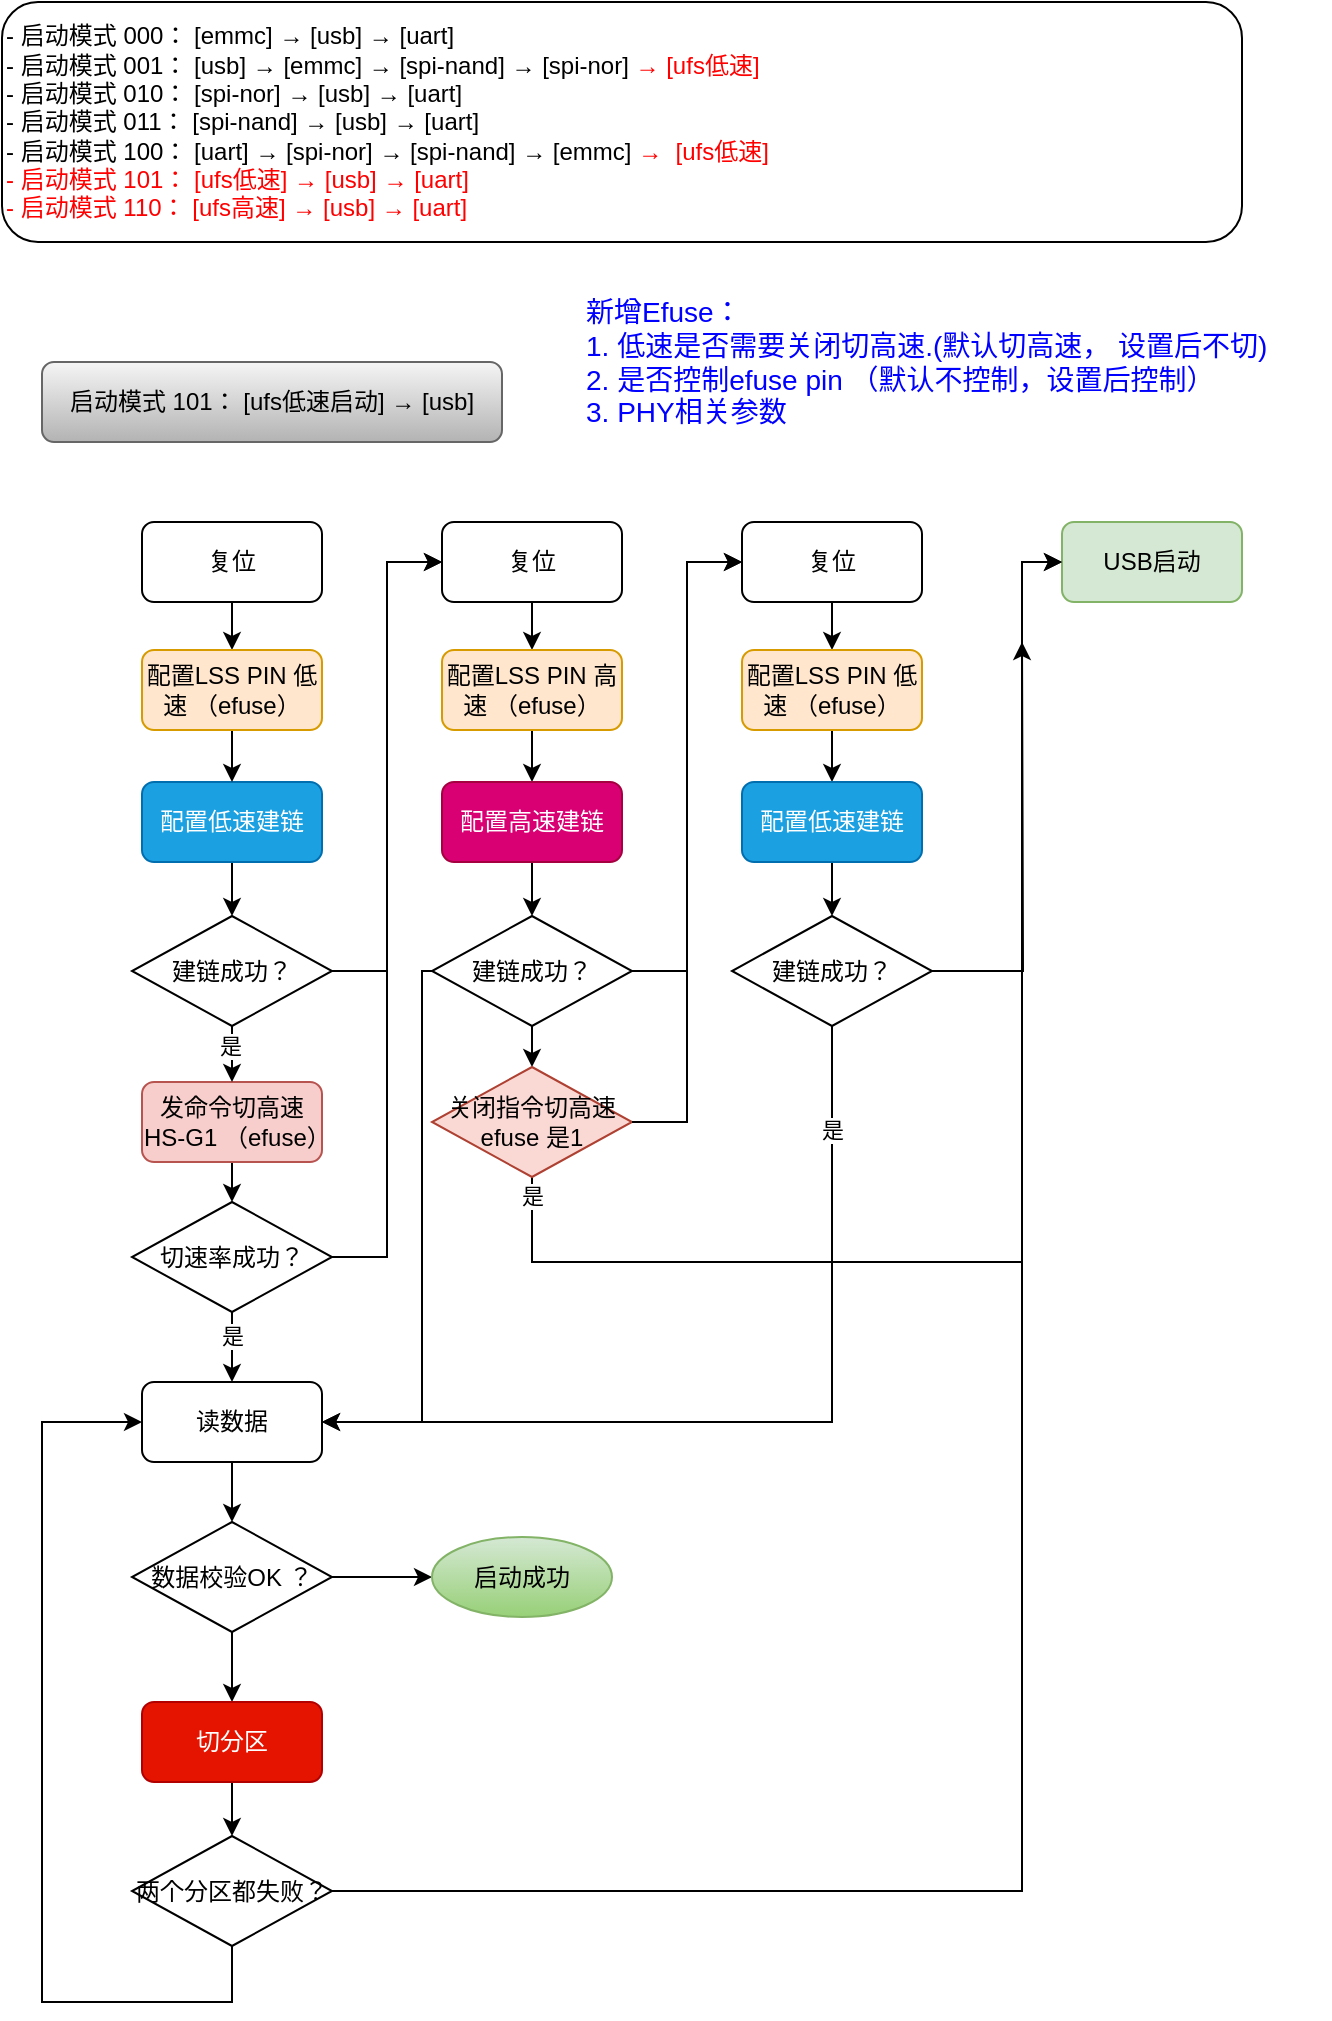
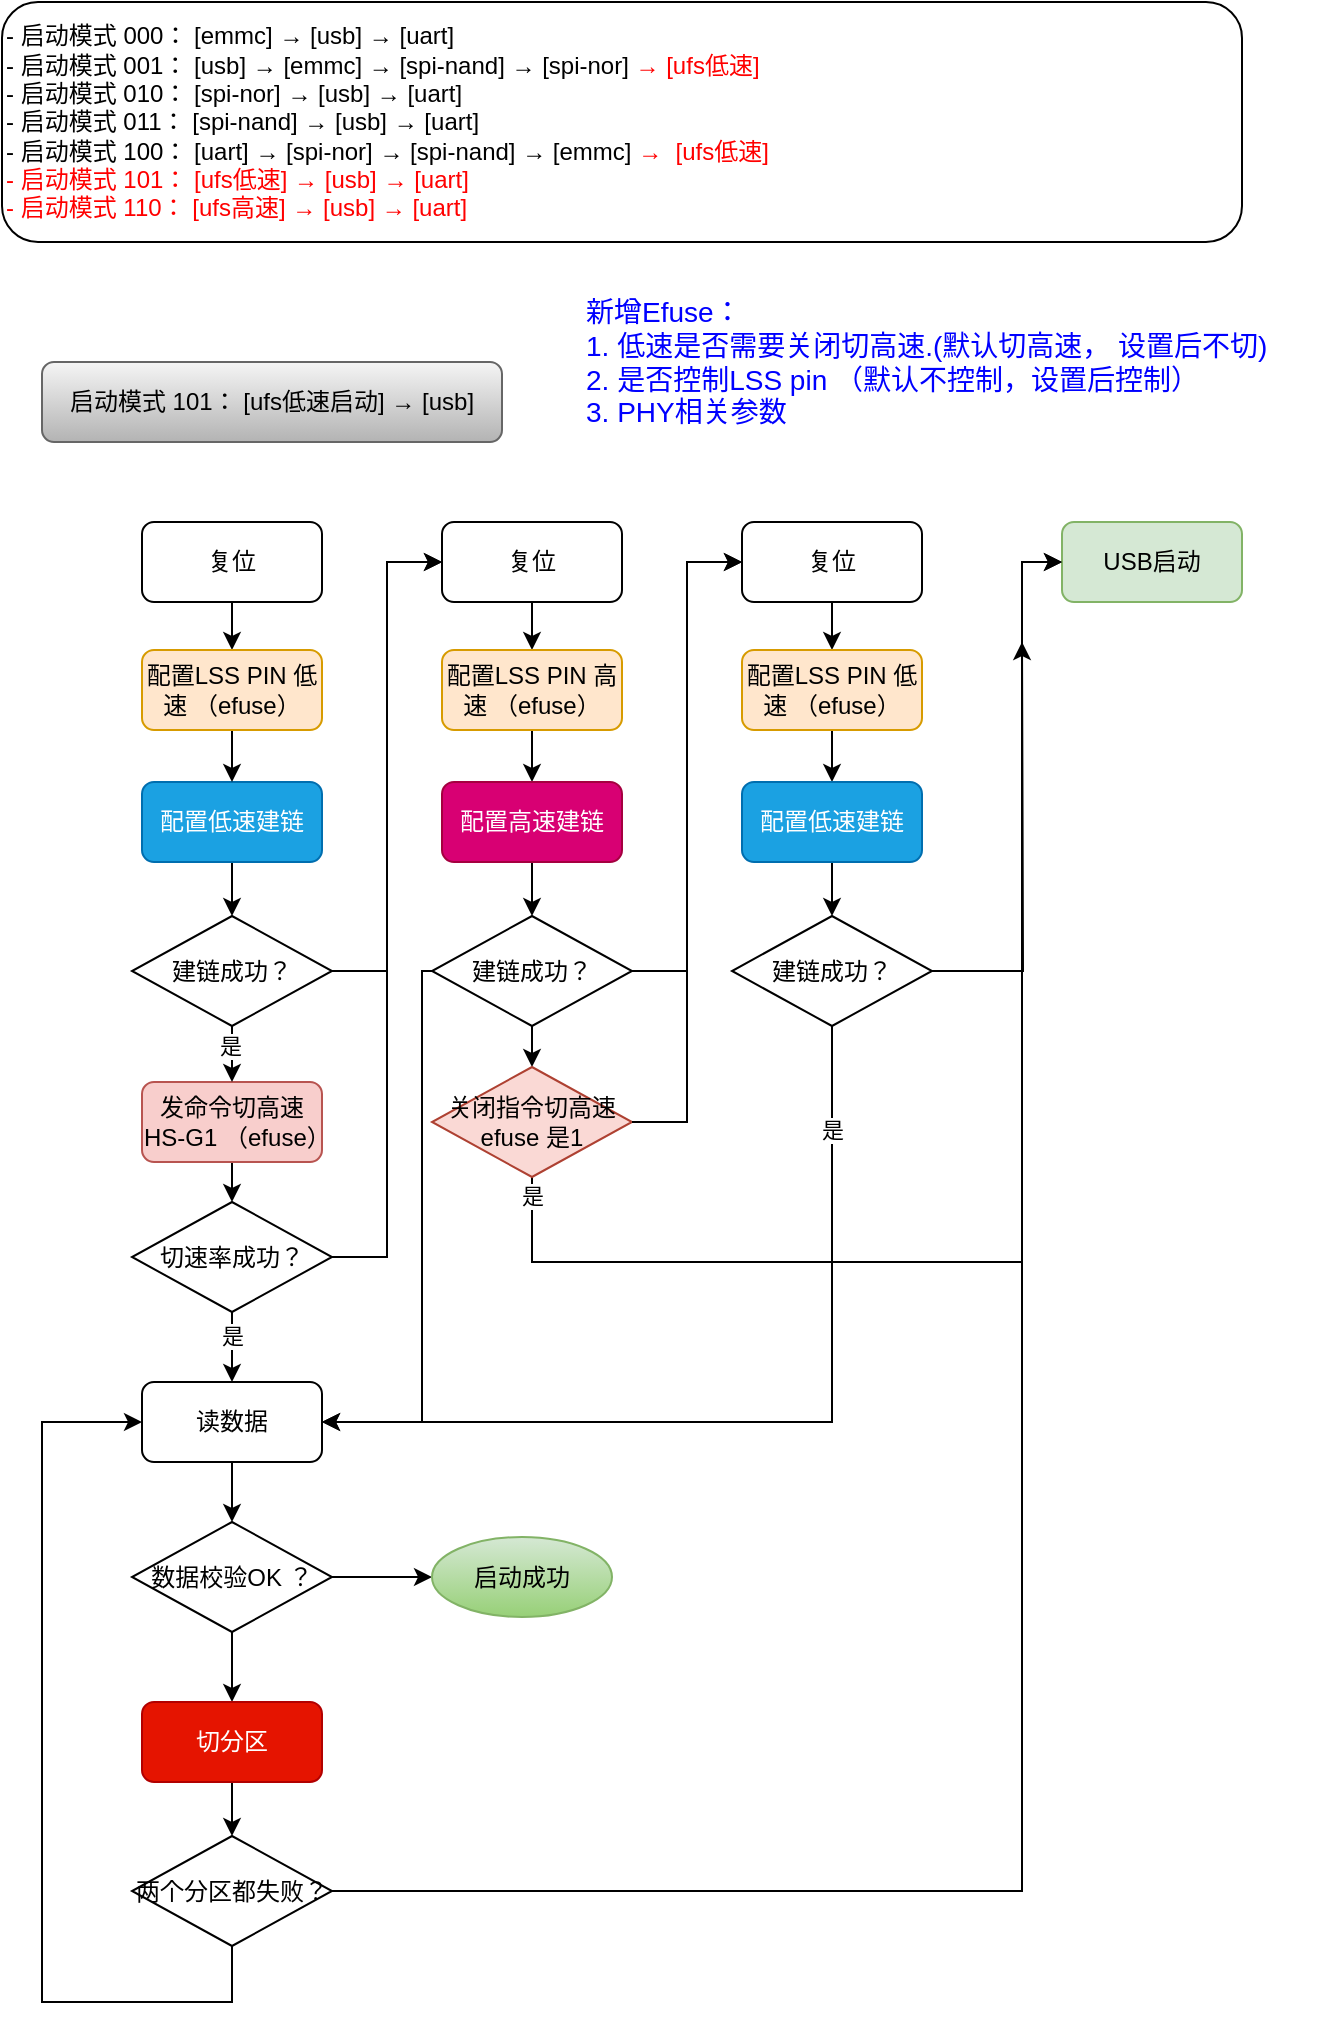
<mxfile host="app.diagrams.net" pages="3">
  <diagram name="第 1 页" id="G7MmgVwn_JN6exUAJ0xq">
    <mxGraphModel dx="1306" dy="677" grid="1" gridSize="10" guides="1" tooltips="1" connect="1" arrows="1" fold="1" page="1" pageScale="1" pageWidth="827" pageHeight="1169" math="0" shadow="0">
      <root>
        <mxCell id="0" />
        <mxCell id="1" parent="0" />
        <mxCell id="rA-qTAb89klGYPX6EJBB-1" parent="1" style="rounded=1;whiteSpace=wrap;html=1;align=left;" value="&lt;div&gt;-&amp;nbsp;&lt;span style=&quot;background-color: transparent; color: light-dark(rgb(0, 0, 0), rgb(255, 255, 255));&quot;&gt;启动模式&amp;nbsp;&lt;/span&gt;&lt;span style=&quot;background-color: transparent; color: light-dark(rgb(0, 0, 0), rgb(255, 255, 255));&quot;&gt;000： [emmc] → [usb] → [uart]&lt;/span&gt;&lt;/div&gt;&lt;div&gt;- 启动模式 001： [usb] → [emmc] → [spi-nand] → [spi-nor]&amp;nbsp;&lt;span style=&quot;background-color: transparent;&quot;&gt;&lt;font style=&quot;color: light-dark(rgb(255, 0, 0), rgb(255, 255, 255));&quot;&gt;→ [ufs低速]&lt;/font&gt;&lt;/span&gt;&lt;span style=&quot;background-color: transparent; color: light-dark(rgb(0, 0, 0), rgb(255, 255, 255));&quot;&gt;&amp;nbsp;&lt;/span&gt;&lt;span style=&quot;background-color: transparent; color: light-dark(rgb(0, 0, 0), rgb(255, 255, 255));&quot;&gt;&amp;nbsp;&lt;/span&gt;&lt;/div&gt;&lt;div&gt;- 启动模式 010： [spi-nor] → [usb] → [uart]&lt;/div&gt;&lt;div&gt;- 启动模式 011： [spi-nand] → [usb] → [uart]&lt;/div&gt;&lt;div&gt;- 启动模式 100： [uart] → [spi-nor] → [spi-nand] → [emmc]&amp;nbsp;&lt;font style=&quot;color: light-dark(rgb(255, 0, 0), rgb(255, 255, 255));&quot;&gt;&lt;span style=&quot;background-color: transparent;&quot;&gt;→&lt;/span&gt;&lt;span style=&quot;background-color: transparent;&quot;&gt;&amp;nbsp;&lt;/span&gt;&lt;span style=&quot;background-color: transparent;&quot;&gt;&amp;nbsp;&lt;/span&gt;&lt;span style=&quot;background-color: transparent;&quot;&gt;[ufs低速]&lt;/span&gt;&lt;/font&gt;&lt;span style=&quot;background-color: transparent; color: light-dark(rgb(0, 0, 0), rgb(255, 255, 255));&quot;&gt;&amp;nbsp;&lt;/span&gt;&lt;/div&gt;&lt;div&gt;&lt;font style=&quot;color: light-dark(rgb(255, 0, 0), rgb(255, 255, 255));&quot;&gt;- 启动模式 101： [ufs低速] &lt;span style=&quot;background-color: transparent;&quot;&gt;→&amp;nbsp;&lt;/span&gt;&lt;span style=&quot;background-color: transparent;&quot;&gt;[usb]&lt;/span&gt;&lt;span style=&quot;background-color: transparent;&quot;&gt; &lt;/span&gt;&lt;span style=&quot;background-color: transparent;&quot;&gt;→ [uart]&lt;/span&gt;&lt;/font&gt;&lt;/div&gt;&lt;div&gt;&lt;font style=&quot;color: light-dark(rgb(255, 0, 0), rgb(255, 255, 255));&quot;&gt;- 启动模式 110：&amp;nbsp;&lt;span style=&quot;background-color: transparent;&quot;&gt;[ufs高速]&lt;/span&gt;&lt;span style=&quot;background-color: transparent;&quot;&gt; &lt;/span&gt;&lt;span style=&quot;background-color: transparent;&quot;&gt;→ &lt;/span&gt;&lt;span style=&quot;background-color: transparent;&quot;&gt;[usb]&lt;/span&gt;&lt;span style=&quot;background-color: transparent;&quot;&gt; &lt;/span&gt;&lt;span style=&quot;background-color: transparent;&quot;&gt;→ [uart]&lt;/span&gt;&lt;/font&gt;&lt;/div&gt;" vertex="1">
          <mxGeometry height="120" width="620" x="90" y="60" as="geometry" />
        </mxCell>
-         <mxCell id="NB0EyB8uGB_RDp4CUSld-2" parent="1" style="text;html=1;whiteSpace=wrap;strokeColor=none;fillColor=none;align=left;verticalAlign=middle;rounded=0;fontColor=#0000FF;fontSize=14;" value="新增Efuse：&lt;div&gt;1. 低速是否需要关闭切高速.(默认切高速， 设置后不切)&lt;/div&gt;&lt;div&gt;2. 是否控制efuse pin （默认不控制，设置后控制）&lt;/div&gt;&lt;div&gt;3. PHY相关参数&lt;/div&gt;" vertex="1">
+         <mxCell id="NB0EyB8uGB_RDp4CUSld-2" parent="1" style="text;html=1;whiteSpace=wrap;strokeColor=none;fillColor=none;align=left;verticalAlign=middle;rounded=0;fontColor=#0000FF;fontSize=14;" value="新增Efuse：&lt;div&gt;1. 低速是否需要关闭切高速.(默认切高速， 设置后不切)&lt;/div&gt;&lt;div&gt;2. 是否控制LSS pin （默认不控制，设置后控制）&lt;/div&gt;&lt;div&gt;3. PHY相关参数&lt;/div&gt;" vertex="1">
          <mxGeometry height="80" width="374" x="380" y="200" as="geometry" />
        </mxCell>
        <mxCell id="NB0EyB8uGB_RDp4CUSld-23" edge="1" parent="1" source="NB0EyB8uGB_RDp4CUSld-5" style="edgeStyle=orthogonalEdgeStyle;rounded=0;orthogonalLoop=1;jettySize=auto;html=1;exitX=0.5;exitY=1;exitDx=0;exitDy=0;entryX=0.5;entryY=0;entryDx=0;entryDy=0;" target="NB0EyB8uGB_RDp4CUSld-7">
          <mxGeometry relative="1" as="geometry" />
        </mxCell>
        <mxCell id="NB0EyB8uGB_RDp4CUSld-5" parent="1" style="rounded=1;whiteSpace=wrap;html=1;" value="复位" vertex="1">
          <mxGeometry height="40" width="90" x="160" y="320" as="geometry" />
        </mxCell>
        <mxCell id="NB0EyB8uGB_RDp4CUSld-25" edge="1" parent="1" source="NB0EyB8uGB_RDp4CUSld-6" style="edgeStyle=orthogonalEdgeStyle;rounded=0;orthogonalLoop=1;jettySize=auto;html=1;exitX=0.5;exitY=1;exitDx=0;exitDy=0;entryX=0.5;entryY=0;entryDx=0;entryDy=0;" target="NB0EyB8uGB_RDp4CUSld-9">
          <mxGeometry relative="1" as="geometry" />
        </mxCell>
        <mxCell id="NB0EyB8uGB_RDp4CUSld-6" parent="1" style="rounded=1;whiteSpace=wrap;html=1;fillColor=#1ba1e2;fontColor=#ffffff;strokeColor=#006EAF;" value="配置低速建链" vertex="1">
          <mxGeometry height="40" width="90" x="160" y="450" as="geometry" />
        </mxCell>
        <mxCell id="NB0EyB8uGB_RDp4CUSld-24" edge="1" parent="1" source="NB0EyB8uGB_RDp4CUSld-7" style="edgeStyle=orthogonalEdgeStyle;rounded=0;orthogonalLoop=1;jettySize=auto;html=1;exitX=0.5;exitY=1;exitDx=0;exitDy=0;entryX=0.5;entryY=0;entryDx=0;entryDy=0;" target="NB0EyB8uGB_RDp4CUSld-6">
          <mxGeometry relative="1" as="geometry">
            <mxPoint x="205" y="444" as="targetPoint" />
          </mxGeometry>
        </mxCell>
        <mxCell id="NB0EyB8uGB_RDp4CUSld-7" parent="1" style="rounded=1;whiteSpace=wrap;html=1;fillColor=#ffe6cc;strokeColor=#d79b00;" value="配置LSS PIN 低速 （efuse）" vertex="1">
          <mxGeometry height="40" width="90" x="160" y="384" as="geometry" />
        </mxCell>
        <mxCell id="NB0EyB8uGB_RDp4CUSld-27" edge="1" parent="1" source="NB0EyB8uGB_RDp4CUSld-8" style="edgeStyle=orthogonalEdgeStyle;rounded=0;orthogonalLoop=1;jettySize=auto;html=1;exitX=0.5;exitY=1;exitDx=0;exitDy=0;entryX=0.5;entryY=0;entryDx=0;entryDy=0;" target="NB0EyB8uGB_RDp4CUSld-17">
          <mxGeometry relative="1" as="geometry" />
        </mxCell>
        <mxCell id="NB0EyB8uGB_RDp4CUSld-8" parent="1" style="rounded=1;whiteSpace=wrap;html=1;fillColor=#f8cecc;strokeColor=#b85450;" value="发命令切高速 HS-G1 （efuse）" vertex="1">
          <mxGeometry height="40" width="90" x="160" y="600" as="geometry" />
        </mxCell>
        <mxCell id="NB0EyB8uGB_RDp4CUSld-26" edge="1" parent="1" source="NB0EyB8uGB_RDp4CUSld-9" style="edgeStyle=orthogonalEdgeStyle;rounded=0;orthogonalLoop=1;jettySize=auto;html=1;exitX=0.5;exitY=1;exitDx=0;exitDy=0;" target="NB0EyB8uGB_RDp4CUSld-8">
          <mxGeometry relative="1" as="geometry" />
        </mxCell>
        <mxCell id="KlgkcFlpm4Ags5-VuJH5-14" connectable="0" parent="NB0EyB8uGB_RDp4CUSld-26" style="edgeLabel;html=1;align=center;verticalAlign=middle;resizable=0;points=[];" value="是" vertex="1">
          <mxGeometry relative="1" x="0.2946" y="-1" as="geometry">
            <mxPoint as="offset" />
          </mxGeometry>
        </mxCell>
        <mxCell id="KlgkcFlpm4Ags5-VuJH5-1" edge="1" parent="1" source="NB0EyB8uGB_RDp4CUSld-9" style="edgeStyle=orthogonalEdgeStyle;rounded=0;orthogonalLoop=1;jettySize=auto;html=1;exitX=1;exitY=0.5;exitDx=0;exitDy=0;entryX=0;entryY=0.5;entryDx=0;entryDy=0;" target="NB0EyB8uGB_RDp4CUSld-11">
          <mxGeometry relative="1" as="geometry" />
        </mxCell>
        <mxCell id="NB0EyB8uGB_RDp4CUSld-9" parent="1" style="rhombus;whiteSpace=wrap;html=1;" value="建链成功？" vertex="1">
          <mxGeometry height="55" width="100" x="155" y="517" as="geometry" />
        </mxCell>
        <mxCell id="NB0EyB8uGB_RDp4CUSld-10" parent="1" style="rounded=1;whiteSpace=wrap;html=1;fillColor=#f5f5f5;gradientColor=#b3b3b3;strokeColor=#666666;" value="&lt;span style=&quot;text-align: left;&quot;&gt;启动模式 101： [ufs低速启动] &lt;/span&gt;&lt;span style=&quot;color: light-dark(rgb(0, 0, 0), rgb(255, 255, 255)); text-align: left; background-color: transparent;&quot;&gt;→ &lt;/span&gt;&lt;span style=&quot;color: light-dark(rgb(0, 0, 0), rgb(255, 255, 255)); text-align: left; background-color: transparent;&quot;&gt;[usb]&lt;/span&gt;" vertex="1">
          <mxGeometry height="40" width="230" x="110" y="240" as="geometry" />
        </mxCell>
        <mxCell id="NB0EyB8uGB_RDp4CUSld-36" edge="1" parent="1" source="NB0EyB8uGB_RDp4CUSld-11" style="edgeStyle=orthogonalEdgeStyle;rounded=0;orthogonalLoop=1;jettySize=auto;html=1;exitX=0.5;exitY=1;exitDx=0;exitDy=0;entryX=0.5;entryY=0;entryDx=0;entryDy=0;" target="NB0EyB8uGB_RDp4CUSld-12">
          <mxGeometry relative="1" as="geometry" />
        </mxCell>
        <mxCell id="NB0EyB8uGB_RDp4CUSld-11" parent="1" style="rounded=1;whiteSpace=wrap;html=1;" value="复位" vertex="1">
          <mxGeometry height="40" width="90" x="310" y="320" as="geometry" />
        </mxCell>
        <mxCell id="NB0EyB8uGB_RDp4CUSld-37" edge="1" parent="1" source="NB0EyB8uGB_RDp4CUSld-12" style="edgeStyle=orthogonalEdgeStyle;rounded=0;orthogonalLoop=1;jettySize=auto;html=1;exitX=0.5;exitY=1;exitDx=0;exitDy=0;entryX=0.5;entryY=0;entryDx=0;entryDy=0;" target="NB0EyB8uGB_RDp4CUSld-13">
          <mxGeometry relative="1" as="geometry" />
        </mxCell>
        <mxCell id="NB0EyB8uGB_RDp4CUSld-12" parent="1" style="rounded=1;whiteSpace=wrap;html=1;fillColor=#ffe6cc;strokeColor=#d79b00;" value="配置LSS PIN 高速 （efuse）" vertex="1">
          <mxGeometry height="40" width="90" x="310" y="384" as="geometry" />
        </mxCell>
        <mxCell id="NB0EyB8uGB_RDp4CUSld-38" edge="1" parent="1" source="NB0EyB8uGB_RDp4CUSld-13" style="edgeStyle=orthogonalEdgeStyle;rounded=0;orthogonalLoop=1;jettySize=auto;html=1;exitX=0.5;exitY=1;exitDx=0;exitDy=0;entryX=0.5;entryY=0;entryDx=0;entryDy=0;" target="NB0EyB8uGB_RDp4CUSld-31">
          <mxGeometry relative="1" as="geometry" />
        </mxCell>
        <mxCell id="NB0EyB8uGB_RDp4CUSld-13" parent="1" style="rounded=1;whiteSpace=wrap;html=1;fillColor=#d80073;fontColor=#ffffff;strokeColor=#A50040;" value="配置高速建链" vertex="1">
          <mxGeometry height="40" width="90" x="310" y="450" as="geometry" />
        </mxCell>
        <mxCell id="NB0EyB8uGB_RDp4CUSld-28" edge="1" parent="1" source="NB0EyB8uGB_RDp4CUSld-17" style="edgeStyle=orthogonalEdgeStyle;rounded=0;orthogonalLoop=1;jettySize=auto;html=1;exitX=0.5;exitY=1;exitDx=0;exitDy=0;entryX=0.5;entryY=0;entryDx=0;entryDy=0;" target="NB0EyB8uGB_RDp4CUSld-18">
          <mxGeometry relative="1" as="geometry" />
        </mxCell>
        <mxCell id="KlgkcFlpm4Ags5-VuJH5-16" connectable="0" parent="NB0EyB8uGB_RDp4CUSld-28" style="edgeLabel;html=1;align=center;verticalAlign=middle;resizable=0;points=[];" value="是" vertex="1">
          <mxGeometry relative="1" x="-0.3338" as="geometry">
            <mxPoint as="offset" />
          </mxGeometry>
        </mxCell>
        <mxCell id="KlgkcFlpm4Ags5-VuJH5-2" edge="1" parent="1" source="NB0EyB8uGB_RDp4CUSld-17" style="edgeStyle=orthogonalEdgeStyle;rounded=0;orthogonalLoop=1;jettySize=auto;html=1;exitX=1;exitY=0.5;exitDx=0;exitDy=0;entryX=0;entryY=0.5;entryDx=0;entryDy=0;" target="NB0EyB8uGB_RDp4CUSld-11">
          <mxGeometry relative="1" as="geometry" />
        </mxCell>
        <mxCell id="NB0EyB8uGB_RDp4CUSld-17" parent="1" style="rhombus;whiteSpace=wrap;html=1;" value="切速率成功？" vertex="1">
          <mxGeometry height="55" width="100" x="155" y="660" as="geometry" />
        </mxCell>
        <mxCell id="NB0EyB8uGB_RDp4CUSld-29" edge="1" parent="1" source="NB0EyB8uGB_RDp4CUSld-18" style="edgeStyle=orthogonalEdgeStyle;rounded=0;orthogonalLoop=1;jettySize=auto;html=1;exitX=0.5;exitY=1;exitDx=0;exitDy=0;entryX=0.5;entryY=0;entryDx=0;entryDy=0;" target="NB0EyB8uGB_RDp4CUSld-20">
          <mxGeometry relative="1" as="geometry" />
        </mxCell>
        <mxCell id="NB0EyB8uGB_RDp4CUSld-18" parent="1" style="rounded=1;whiteSpace=wrap;html=1;" value="读数据" vertex="1">
          <mxGeometry height="40" width="90" x="160" y="750" as="geometry" />
        </mxCell>
        <mxCell id="NB0EyB8uGB_RDp4CUSld-30" edge="1" parent="1" source="NB0EyB8uGB_RDp4CUSld-20" style="edgeStyle=orthogonalEdgeStyle;rounded=0;orthogonalLoop=1;jettySize=auto;html=1;exitX=0.5;exitY=1;exitDx=0;exitDy=0;entryX=0.5;entryY=0;entryDx=0;entryDy=0;" target="NB0EyB8uGB_RDp4CUSld-21">
          <mxGeometry relative="1" as="geometry" />
        </mxCell>
        <mxCell id="Vg5q-0XLda4XJRTYY7xd-2" edge="1" parent="1" source="NB0EyB8uGB_RDp4CUSld-20" style="edgeStyle=orthogonalEdgeStyle;rounded=0;orthogonalLoop=1;jettySize=auto;html=1;exitX=1;exitY=0.5;exitDx=0;exitDy=0;entryX=0;entryY=0.5;entryDx=0;entryDy=0;" target="Vg5q-0XLda4XJRTYY7xd-1">
          <mxGeometry relative="1" as="geometry" />
        </mxCell>
        <mxCell id="NB0EyB8uGB_RDp4CUSld-20" parent="1" style="rhombus;whiteSpace=wrap;html=1;" value="数据校验OK ？" vertex="1">
          <mxGeometry height="55" width="100" x="155" y="820" as="geometry" />
        </mxCell>
        <mxCell id="NB0EyB8uGB_RDp4CUSld-22" edge="1" parent="1" source="KlgkcFlpm4Ags5-VuJH5-11" style="edgeStyle=orthogonalEdgeStyle;rounded=0;orthogonalLoop=1;jettySize=auto;html=1;exitX=0.5;exitY=1;exitDx=0;exitDy=0;entryX=0;entryY=0.5;entryDx=0;entryDy=0;" target="NB0EyB8uGB_RDp4CUSld-18">
          <mxGeometry relative="1" as="geometry">
            <Array as="points">
              <mxPoint x="205" y="1060" />
              <mxPoint x="110" y="1060" />
              <mxPoint x="110" y="770" />
            </Array>
          </mxGeometry>
        </mxCell>
        <mxCell id="KlgkcFlpm4Ags5-VuJH5-12" edge="1" parent="1" source="NB0EyB8uGB_RDp4CUSld-21" style="edgeStyle=orthogonalEdgeStyle;rounded=0;orthogonalLoop=1;jettySize=auto;html=1;exitX=0.5;exitY=1;exitDx=0;exitDy=0;entryX=0.5;entryY=0;entryDx=0;entryDy=0;" target="KlgkcFlpm4Ags5-VuJH5-11">
          <mxGeometry relative="1" as="geometry" />
        </mxCell>
        <mxCell id="NB0EyB8uGB_RDp4CUSld-21" parent="1" style="rounded=1;whiteSpace=wrap;html=1;fillColor=#e51400;fontColor=#ffffff;strokeColor=#B20000;" value="切分区" vertex="1">
          <mxGeometry height="40" width="90" x="160" y="910" as="geometry" />
        </mxCell>
        <mxCell id="KlgkcFlpm4Ags5-VuJH5-8" edge="1" parent="1" source="NB0EyB8uGB_RDp4CUSld-31" style="edgeStyle=orthogonalEdgeStyle;rounded=0;orthogonalLoop=1;jettySize=auto;html=1;exitX=1;exitY=0.5;exitDx=0;exitDy=0;entryX=0;entryY=0.5;entryDx=0;entryDy=0;" target="NB0EyB8uGB_RDp4CUSld-42">
          <mxGeometry relative="1" as="geometry" />
        </mxCell>
        <mxCell id="Vg5q-0XLda4XJRTYY7xd-7" edge="1" parent="1" source="NB0EyB8uGB_RDp4CUSld-31" style="edgeStyle=orthogonalEdgeStyle;rounded=0;orthogonalLoop=1;jettySize=auto;html=1;exitX=0;exitY=0.5;exitDx=0;exitDy=0;">
          <mxGeometry relative="1" as="geometry">
            <Array as="points">
              <mxPoint x="300" y="544" />
              <mxPoint x="300" y="770" />
            </Array>
            <mxPoint x="250" y="770" as="targetPoint" />
          </mxGeometry>
        </mxCell>
        <mxCell id="Vg5q-0XLda4XJRTYY7xd-8" edge="1" parent="1" source="NB0EyB8uGB_RDp4CUSld-31" style="edgeStyle=orthogonalEdgeStyle;rounded=0;orthogonalLoop=1;jettySize=auto;html=1;exitX=0.5;exitY=1;exitDx=0;exitDy=0;entryX=0.5;entryY=0;entryDx=0;entryDy=0;" target="Vg5q-0XLda4XJRTYY7xd-3">
          <mxGeometry relative="1" as="geometry" />
        </mxCell>
        <mxCell id="NB0EyB8uGB_RDp4CUSld-31" parent="1" style="rhombus;whiteSpace=wrap;html=1;" value="建链成功？" vertex="1">
          <mxGeometry height="55" width="100" x="305" y="517" as="geometry" />
        </mxCell>
        <mxCell id="KlgkcFlpm4Ags5-VuJH5-5" edge="1" parent="1" source="NB0EyB8uGB_RDp4CUSld-42" style="edgeStyle=orthogonalEdgeStyle;rounded=0;orthogonalLoop=1;jettySize=auto;html=1;exitX=0.5;exitY=1;exitDx=0;exitDy=0;entryX=0.5;entryY=0;entryDx=0;entryDy=0;" target="NB0EyB8uGB_RDp4CUSld-43">
          <mxGeometry relative="1" as="geometry" />
        </mxCell>
        <mxCell id="NB0EyB8uGB_RDp4CUSld-42" parent="1" style="rounded=1;whiteSpace=wrap;html=1;" value="复位" vertex="1">
          <mxGeometry height="40" width="90" x="460" y="320" as="geometry" />
        </mxCell>
        <mxCell id="KlgkcFlpm4Ags5-VuJH5-6" edge="1" parent="1" source="NB0EyB8uGB_RDp4CUSld-43" style="edgeStyle=orthogonalEdgeStyle;rounded=0;orthogonalLoop=1;jettySize=auto;html=1;exitX=0.5;exitY=1;exitDx=0;exitDy=0;entryX=0.5;entryY=0;entryDx=0;entryDy=0;" target="NB0EyB8uGB_RDp4CUSld-44">
          <mxGeometry relative="1" as="geometry" />
        </mxCell>
        <mxCell id="NB0EyB8uGB_RDp4CUSld-43" parent="1" style="rounded=1;whiteSpace=wrap;html=1;fillColor=#ffe6cc;strokeColor=#d79b00;" value="配置LSS PIN 低速 （efuse）" vertex="1">
          <mxGeometry height="40" width="90" x="460" y="384" as="geometry" />
        </mxCell>
        <mxCell id="KlgkcFlpm4Ags5-VuJH5-7" edge="1" parent="1" source="NB0EyB8uGB_RDp4CUSld-44" style="edgeStyle=orthogonalEdgeStyle;rounded=0;orthogonalLoop=1;jettySize=auto;html=1;exitX=0.5;exitY=1;exitDx=0;exitDy=0;entryX=0.5;entryY=0;entryDx=0;entryDy=0;" target="NB0EyB8uGB_RDp4CUSld-45">
          <mxGeometry relative="1" as="geometry" />
        </mxCell>
        <mxCell id="NB0EyB8uGB_RDp4CUSld-44" parent="1" style="rounded=1;whiteSpace=wrap;html=1;fillColor=#1ba1e2;fontColor=#ffffff;strokeColor=#006EAF;" value="配置低速建链" vertex="1">
          <mxGeometry height="40" width="90" x="460" y="450" as="geometry" />
        </mxCell>
        <mxCell id="KlgkcFlpm4Ags5-VuJH5-4" edge="1" parent="1" source="NB0EyB8uGB_RDp4CUSld-45" style="edgeStyle=orthogonalEdgeStyle;rounded=0;orthogonalLoop=1;jettySize=auto;html=1;exitX=0.5;exitY=1;exitDx=0;exitDy=0;">
          <mxGeometry relative="1" as="geometry">
            <Array as="points">
              <mxPoint x="505" y="770" />
              <mxPoint x="250" y="770" />
            </Array>
            <mxPoint x="250" y="770" as="targetPoint" />
          </mxGeometry>
        </mxCell>
        <mxCell id="KlgkcFlpm4Ags5-VuJH5-18" connectable="0" parent="KlgkcFlpm4Ags5-VuJH5-4" style="edgeLabel;html=1;align=center;verticalAlign=middle;resizable=0;points=[];" value="是" vertex="1">
          <mxGeometry relative="1" x="-0.7697" as="geometry">
            <mxPoint as="offset" />
          </mxGeometry>
        </mxCell>
        <mxCell id="KlgkcFlpm4Ags5-VuJH5-19" edge="1" parent="1" source="NB0EyB8uGB_RDp4CUSld-45" style="edgeStyle=orthogonalEdgeStyle;rounded=0;orthogonalLoop=1;jettySize=auto;html=1;exitX=1;exitY=0.5;exitDx=0;exitDy=0;">
          <mxGeometry relative="1" as="geometry">
            <mxPoint x="600" y="380" as="targetPoint" />
          </mxGeometry>
        </mxCell>
        <mxCell id="NB0EyB8uGB_RDp4CUSld-45" parent="1" style="rhombus;whiteSpace=wrap;html=1;" value="建链成功？" vertex="1">
          <mxGeometry height="55" width="100" x="455" y="517" as="geometry" />
        </mxCell>
        <mxCell id="KlgkcFlpm4Ags5-VuJH5-9" parent="1" style="rounded=1;whiteSpace=wrap;html=1;fillColor=#d5e8d4;strokeColor=#82b366;" value="USB启动" vertex="1">
          <mxGeometry height="40" width="90" x="620" y="320" as="geometry" />
        </mxCell>
        <mxCell id="KlgkcFlpm4Ags5-VuJH5-13" edge="1" parent="1" source="KlgkcFlpm4Ags5-VuJH5-11" style="edgeStyle=orthogonalEdgeStyle;rounded=0;orthogonalLoop=1;jettySize=auto;html=1;exitX=1;exitY=0.5;exitDx=0;exitDy=0;entryX=0;entryY=0.5;entryDx=0;entryDy=0;" target="KlgkcFlpm4Ags5-VuJH5-9">
          <mxGeometry relative="1" as="geometry">
            <Array as="points">
              <mxPoint x="600" y="1005" />
              <mxPoint x="600" y="340" />
            </Array>
          </mxGeometry>
        </mxCell>
        <mxCell id="KlgkcFlpm4Ags5-VuJH5-11" parent="1" style="rhombus;whiteSpace=wrap;html=1;" value="两个分区都失败？" vertex="1">
          <mxGeometry height="55" width="100" x="155" y="977" as="geometry" />
        </mxCell>
        <mxCell id="Vg5q-0XLda4XJRTYY7xd-1" parent="1" style="ellipse;whiteSpace=wrap;html=1;fillColor=#d5e8d4;gradientColor=#97d077;strokeColor=#82b366;" value="启动成功" vertex="1">
          <mxGeometry height="40" width="90" x="305" y="827.5" as="geometry" />
        </mxCell>
        <mxCell id="Vg5q-0XLda4XJRTYY7xd-10" edge="1" parent="1" source="Vg5q-0XLda4XJRTYY7xd-3" style="edgeStyle=orthogonalEdgeStyle;rounded=0;orthogonalLoop=1;jettySize=auto;html=1;exitX=0.5;exitY=1;exitDx=0;exitDy=0;entryX=0;entryY=0.5;entryDx=0;entryDy=0;" target="KlgkcFlpm4Ags5-VuJH5-9">
          <mxGeometry relative="1" as="geometry">
            <Array as="points">
              <mxPoint x="355" y="690" />
              <mxPoint x="600" y="690" />
              <mxPoint x="600" y="340" />
            </Array>
          </mxGeometry>
        </mxCell>
        <mxCell id="Vg5q-0XLda4XJRTYY7xd-11" connectable="0" parent="Vg5q-0XLda4XJRTYY7xd-10" style="edgeLabel;html=1;align=center;verticalAlign=middle;resizable=0;points=[];" value="是" vertex="1">
          <mxGeometry relative="1" x="-0.9713" as="geometry">
            <mxPoint as="offset" />
          </mxGeometry>
        </mxCell>
        <mxCell id="Vg5q-0XLda4XJRTYY7xd-3" parent="1" style="rhombus;whiteSpace=wrap;html=1;fillColor=#fad9d5;strokeColor=#ae4132;" value="关闭指令切高速&lt;div&gt;efuse 是1&lt;/div&gt;" vertex="1">
          <mxGeometry height="55" width="100" x="305" y="592.5" as="geometry" />
        </mxCell>
        <mxCell id="Vg5q-0XLda4XJRTYY7xd-9" edge="1" parent="1" source="Vg5q-0XLda4XJRTYY7xd-3" style="edgeStyle=orthogonalEdgeStyle;rounded=0;orthogonalLoop=1;jettySize=auto;html=1;exitX=1;exitY=0.5;exitDx=0;exitDy=0;entryX=0;entryY=0.5;entryDx=0;entryDy=0;" target="NB0EyB8uGB_RDp4CUSld-42">
          <mxGeometry relative="1" as="geometry" />
        </mxCell>
      </root>
    </mxGraphModel>
  </diagram>
  <diagram id="ql6nhWf0VNW54Wtxsakh" name="第 3 页">
    <mxGraphModel dx="902" dy="467" grid="1" gridSize="10" guides="1" tooltips="1" connect="1" arrows="1" fold="1" page="1" pageScale="1" pageWidth="827" pageHeight="1169" math="0" shadow="0">
      <root>
        <mxCell id="0" />
        <mxCell id="1" parent="0" />
        <mxCell id="Snxa9bD47oOBx4wNCC72-1" edge="1" parent="1" source="Snxa9bD47oOBx4wNCC72-2" style="edgeStyle=orthogonalEdgeStyle;rounded=0;orthogonalLoop=1;jettySize=auto;html=1;exitX=0.5;exitY=1;exitDx=0;exitDy=0;entryX=0.5;entryY=0;entryDx=0;entryDy=0;" target="Snxa9bD47oOBx4wNCC72-6">
          <mxGeometry relative="1" as="geometry" />
        </mxCell>
        <mxCell id="Snxa9bD47oOBx4wNCC72-2" parent="1" style="rounded=1;whiteSpace=wrap;html=1;" value="复位" vertex="1">
          <mxGeometry height="40" width="90" x="190" y="110" as="geometry" />
        </mxCell>
        <mxCell id="Snxa9bD47oOBx4wNCC72-3" edge="1" parent="1" source="Snxa9bD47oOBx4wNCC72-4" style="edgeStyle=orthogonalEdgeStyle;rounded=0;orthogonalLoop=1;jettySize=auto;html=1;exitX=0.5;exitY=1;exitDx=0;exitDy=0;entryX=0.5;entryY=0;entryDx=0;entryDy=0;" target="Snxa9bD47oOBx4wNCC72-23">
          <mxGeometry relative="1" as="geometry">
            <mxPoint x="235" y="307" as="targetPoint" />
          </mxGeometry>
        </mxCell>
        <mxCell id="Snxa9bD47oOBx4wNCC72-4" parent="1" style="rounded=1;whiteSpace=wrap;html=1;fillColor=#d80073;fontColor=#ffffff;strokeColor=#A50040;" value="配置高速建链" vertex="1">
          <mxGeometry height="40" width="90" x="190" y="240" as="geometry" />
        </mxCell>
        <mxCell id="Snxa9bD47oOBx4wNCC72-5" edge="1" parent="1" source="Snxa9bD47oOBx4wNCC72-6" style="edgeStyle=orthogonalEdgeStyle;rounded=0;orthogonalLoop=1;jettySize=auto;html=1;exitX=0.5;exitY=1;exitDx=0;exitDy=0;entryX=0.5;entryY=0;entryDx=0;entryDy=0;" target="Snxa9bD47oOBx4wNCC72-4">
          <mxGeometry relative="1" as="geometry">
            <mxPoint x="235" y="234" as="targetPoint" />
          </mxGeometry>
        </mxCell>
        <mxCell id="Snxa9bD47oOBx4wNCC72-6" parent="1" style="rounded=1;whiteSpace=wrap;html=1;fillColor=#ffe6cc;strokeColor=#d79b00;" value="配置LSS PIN高速 （efuse）" vertex="1">
          <mxGeometry height="40" width="90" x="190" y="174" as="geometry" />
        </mxCell>
        <mxCell id="Snxa9bD47oOBx4wNCC72-13" parent="1" style="rounded=1;whiteSpace=wrap;html=1;align=left;fillColor=#f5f5f5;gradientColor=#b3b3b3;strokeColor=#666666;" value="启动模式 110： &lt;span style=&quot;color: light-dark(rgb(0, 0, 0), rgb(255, 255, 255)); background-color: transparent;&quot;&gt;[ufs高速启动]&lt;/span&gt;&lt;span style=&quot;color: light-dark(rgb(0, 0, 0), rgb(255, 255, 255)); background-color: transparent;&quot;&gt; &lt;/span&gt;&lt;span style=&quot;color: light-dark(rgb(0, 0, 0), rgb(255, 255, 255)); background-color: transparent;&quot;&gt;→ &lt;/span&gt;&lt;span style=&quot;color: light-dark(rgb(0, 0, 0), rgb(255, 255, 255)); background-color: transparent;&quot;&gt;[usb]&lt;/span&gt;" vertex="1">
          <mxGeometry height="40" width="275" x="185" y="30" as="geometry" />
        </mxCell>
        <mxCell id="Snxa9bD47oOBx4wNCC72-14" edge="1" parent="1" source="Snxa9bD47oOBx4wNCC72-15" style="edgeStyle=orthogonalEdgeStyle;rounded=0;orthogonalLoop=1;jettySize=auto;html=1;exitX=0.5;exitY=1;exitDx=0;exitDy=0;entryX=0.5;entryY=0;entryDx=0;entryDy=0;" target="Snxa9bD47oOBx4wNCC72-17">
          <mxGeometry relative="1" as="geometry" />
        </mxCell>
        <mxCell id="Snxa9bD47oOBx4wNCC72-15" parent="1" style="rounded=1;whiteSpace=wrap;html=1;" value="复位" vertex="1">
          <mxGeometry height="40" width="90" x="340" y="110" as="geometry" />
        </mxCell>
        <mxCell id="Snxa9bD47oOBx4wNCC72-16" edge="1" parent="1" source="Snxa9bD47oOBx4wNCC72-17" style="edgeStyle=orthogonalEdgeStyle;rounded=0;orthogonalLoop=1;jettySize=auto;html=1;exitX=0.5;exitY=1;exitDx=0;exitDy=0;entryX=0.5;entryY=0;entryDx=0;entryDy=0;" target="Snxa9bD47oOBx4wNCC72-19">
          <mxGeometry relative="1" as="geometry" />
        </mxCell>
        <mxCell id="Snxa9bD47oOBx4wNCC72-17" parent="1" style="rounded=1;whiteSpace=wrap;html=1;fillColor=#ffe6cc;strokeColor=#d79b00;" value="配置LSS PIN 低速 (efuse)" vertex="1">
          <mxGeometry height="40" width="90" x="340" y="174" as="geometry" />
        </mxCell>
        <mxCell id="Snxa9bD47oOBx4wNCC72-18" edge="1" parent="1" source="Snxa9bD47oOBx4wNCC72-19" style="edgeStyle=orthogonalEdgeStyle;rounded=0;orthogonalLoop=1;jettySize=auto;html=1;exitX=0.5;exitY=1;exitDx=0;exitDy=0;entryX=0.5;entryY=0;entryDx=0;entryDy=0;" target="Snxa9bD47oOBx4wNCC72-34">
          <mxGeometry relative="1" as="geometry" />
        </mxCell>
        <mxCell id="Snxa9bD47oOBx4wNCC72-19" parent="1" style="rounded=1;whiteSpace=wrap;html=1;fillColor=#1ba1e2;fontColor=#ffffff;strokeColor=#006EAF;" value="配置低速建链" vertex="1">
          <mxGeometry height="40" width="90" x="340" y="240" as="geometry" />
        </mxCell>
        <mxCell id="Snxa9bD47oOBx4wNCC72-20" edge="1" parent="1" source="Snxa9bD47oOBx4wNCC72-23" style="edgeStyle=orthogonalEdgeStyle;rounded=0;orthogonalLoop=1;jettySize=auto;html=1;exitX=0.5;exitY=1;exitDx=0;exitDy=0;entryX=0.5;entryY=0;entryDx=0;entryDy=0;" target="Snxa9bD47oOBx4wNCC72-25">
          <mxGeometry relative="1" as="geometry" />
        </mxCell>
        <mxCell id="Snxa9bD47oOBx4wNCC72-21" connectable="0" parent="Snxa9bD47oOBx4wNCC72-20" style="edgeLabel;html=1;align=center;verticalAlign=middle;resizable=0;points=[];" value="是" vertex="1">
          <mxGeometry relative="1" x="-0.3338" as="geometry">
            <mxPoint as="offset" />
          </mxGeometry>
        </mxCell>
        <mxCell id="Snxa9bD47oOBx4wNCC72-22" edge="1" parent="1" source="Snxa9bD47oOBx4wNCC72-23" style="edgeStyle=orthogonalEdgeStyle;rounded=0;orthogonalLoop=1;jettySize=auto;html=1;exitX=1;exitY=0.5;exitDx=0;exitDy=0;entryX=0;entryY=0.5;entryDx=0;entryDy=0;" target="Snxa9bD47oOBx4wNCC72-15">
          <mxGeometry relative="1" as="geometry" />
        </mxCell>
        <mxCell id="Snxa9bD47oOBx4wNCC72-23" parent="1" style="rhombus;whiteSpace=wrap;html=1;" value="建链成功？" vertex="1">
          <mxGeometry height="55" width="100" x="185" y="310" as="geometry" />
        </mxCell>
        <mxCell id="Snxa9bD47oOBx4wNCC72-24" edge="1" parent="1" source="Snxa9bD47oOBx4wNCC72-25" style="edgeStyle=orthogonalEdgeStyle;rounded=0;orthogonalLoop=1;jettySize=auto;html=1;exitX=0.5;exitY=1;exitDx=0;exitDy=0;entryX=0.5;entryY=0;entryDx=0;entryDy=0;" target="Snxa9bD47oOBx4wNCC72-27">
          <mxGeometry relative="1" as="geometry" />
        </mxCell>
        <mxCell id="Snxa9bD47oOBx4wNCC72-25" parent="1" style="rounded=1;whiteSpace=wrap;html=1;" value="读数据" vertex="1">
          <mxGeometry height="40" width="90" x="190" y="540" as="geometry" />
        </mxCell>
        <mxCell id="Snxa9bD47oOBx4wNCC72-26" edge="1" parent="1" source="Snxa9bD47oOBx4wNCC72-27" style="edgeStyle=orthogonalEdgeStyle;rounded=0;orthogonalLoop=1;jettySize=auto;html=1;exitX=0.5;exitY=1;exitDx=0;exitDy=0;entryX=0.5;entryY=0;entryDx=0;entryDy=0;" target="Snxa9bD47oOBx4wNCC72-30">
          <mxGeometry relative="1" as="geometry" />
        </mxCell>
        <mxCell id="Qj_6jyX3p3bSbpmFPhCt-1" connectable="0" parent="Snxa9bD47oOBx4wNCC72-26" style="edgeLabel;html=1;align=center;verticalAlign=middle;resizable=0;points=[];" value="否" vertex="1">
          <mxGeometry relative="1" x="-0.4236" y="-2" as="geometry">
            <mxPoint as="offset" />
          </mxGeometry>
        </mxCell>
        <mxCell id="Qj_6jyX3p3bSbpmFPhCt-3" edge="1" parent="1" source="Snxa9bD47oOBx4wNCC72-27" style="edgeStyle=orthogonalEdgeStyle;rounded=0;orthogonalLoop=1;jettySize=auto;html=1;exitX=1;exitY=0.5;exitDx=0;exitDy=0;" target="Qj_6jyX3p3bSbpmFPhCt-2">
          <mxGeometry relative="1" as="geometry" />
        </mxCell>
        <mxCell id="Snxa9bD47oOBx4wNCC72-27" parent="1" style="rhombus;whiteSpace=wrap;html=1;" value="数据校验OK ？" vertex="1">
          <mxGeometry height="55" width="100" x="185" y="610" as="geometry" />
        </mxCell>
        <mxCell id="Snxa9bD47oOBx4wNCC72-28" edge="1" parent="1" source="Snxa9bD47oOBx4wNCC72-47" style="edgeStyle=orthogonalEdgeStyle;rounded=0;orthogonalLoop=1;jettySize=auto;html=1;exitX=0.5;exitY=1;exitDx=0;exitDy=0;entryX=0;entryY=0.5;entryDx=0;entryDy=0;" target="Snxa9bD47oOBx4wNCC72-25">
          <mxGeometry relative="1" as="geometry">
            <Array as="points">
              <mxPoint x="235" y="850" />
              <mxPoint x="140" y="850" />
              <mxPoint x="140" y="560" />
            </Array>
          </mxGeometry>
        </mxCell>
        <mxCell id="Snxa9bD47oOBx4wNCC72-29" edge="1" parent="1" source="Snxa9bD47oOBx4wNCC72-30" style="edgeStyle=orthogonalEdgeStyle;rounded=0;orthogonalLoop=1;jettySize=auto;html=1;exitX=0.5;exitY=1;exitDx=0;exitDy=0;entryX=0.5;entryY=0;entryDx=0;entryDy=0;" target="Snxa9bD47oOBx4wNCC72-47">
          <mxGeometry relative="1" as="geometry" />
        </mxCell>
        <mxCell id="Snxa9bD47oOBx4wNCC72-30" parent="1" style="rounded=1;whiteSpace=wrap;html=1;fillColor=#e51400;fontColor=#ffffff;strokeColor=#B20000;" value="切分区" vertex="1">
          <mxGeometry height="40" width="90" x="190" y="700" as="geometry" />
        </mxCell>
        <mxCell id="Snxa9bD47oOBx4wNCC72-31" edge="1" parent="1" source="kbyZZD2k67tRUDCe1sfv-1" style="edgeStyle=orthogonalEdgeStyle;rounded=0;orthogonalLoop=1;jettySize=auto;html=1;exitX=0.5;exitY=1;exitDx=0;exitDy=0;" target="kbyZZD2k67tRUDCe1sfv-4">
          <mxGeometry relative="1" as="geometry" />
        </mxCell>
        <mxCell id="Snxa9bD47oOBx4wNCC72-33" edge="1" parent="1" source="Snxa9bD47oOBx4wNCC72-34" style="edgeStyle=orthogonalEdgeStyle;rounded=0;orthogonalLoop=1;jettySize=auto;html=1;exitX=1;exitY=0.5;exitDx=0;exitDy=0;entryX=0;entryY=0.5;entryDx=0;entryDy=0;" target="Snxa9bD47oOBx4wNCC72-45">
          <mxGeometry relative="1" as="geometry">
            <Array as="points">
              <mxPoint x="450" y="335" />
              <mxPoint x="450" y="100" />
              <mxPoint x="630" y="100" />
              <mxPoint x="630" y="130" />
            </Array>
          </mxGeometry>
        </mxCell>
        <mxCell id="Snxa9bD47oOBx4wNCC72-34" parent="1" style="rhombus;whiteSpace=wrap;html=1;" value="建链成功？" vertex="1">
          <mxGeometry height="55" width="100" x="335" y="307" as="geometry" />
        </mxCell>
        <mxCell id="Snxa9bD47oOBx4wNCC72-35" edge="1" parent="1" source="Snxa9bD47oOBx4wNCC72-36" style="edgeStyle=orthogonalEdgeStyle;rounded=0;orthogonalLoop=1;jettySize=auto;html=1;exitX=0.5;exitY=1;exitDx=0;exitDy=0;entryX=0.5;entryY=0;entryDx=0;entryDy=0;" target="Snxa9bD47oOBx4wNCC72-38">
          <mxGeometry relative="1" as="geometry" />
        </mxCell>
        <mxCell id="Snxa9bD47oOBx4wNCC72-36" parent="1" style="rounded=1;whiteSpace=wrap;html=1;" value="复位" vertex="1">
          <mxGeometry height="40" width="90" x="490" y="110" as="geometry" />
        </mxCell>
        <mxCell id="Snxa9bD47oOBx4wNCC72-37" edge="1" parent="1" source="Snxa9bD47oOBx4wNCC72-38" style="edgeStyle=orthogonalEdgeStyle;rounded=0;orthogonalLoop=1;jettySize=auto;html=1;exitX=0.5;exitY=1;exitDx=0;exitDy=0;entryX=0.5;entryY=0;entryDx=0;entryDy=0;" target="Snxa9bD47oOBx4wNCC72-40">
          <mxGeometry relative="1" as="geometry" />
        </mxCell>
        <mxCell id="Snxa9bD47oOBx4wNCC72-38" parent="1" style="rounded=1;whiteSpace=wrap;html=1;fillColor=#ffe6cc;strokeColor=#d79b00;" value="配置LSS PIN 低速 (efuse)" vertex="1">
          <mxGeometry height="40" width="90" x="490" y="174" as="geometry" />
        </mxCell>
        <mxCell id="Snxa9bD47oOBx4wNCC72-39" edge="1" parent="1" source="Snxa9bD47oOBx4wNCC72-40" style="edgeStyle=orthogonalEdgeStyle;rounded=0;orthogonalLoop=1;jettySize=auto;html=1;exitX=0.5;exitY=1;exitDx=0;exitDy=0;entryX=0.5;entryY=0;entryDx=0;entryDy=0;" target="Snxa9bD47oOBx4wNCC72-44">
          <mxGeometry relative="1" as="geometry" />
        </mxCell>
        <mxCell id="Snxa9bD47oOBx4wNCC72-40" parent="1" style="rounded=1;whiteSpace=wrap;html=1;fillColor=#1ba1e2;fontColor=#ffffff;strokeColor=#006EAF;" value="配置低速建链" vertex="1">
          <mxGeometry height="40" width="90" x="490" y="240" as="geometry" />
        </mxCell>
        <mxCell id="Snxa9bD47oOBx4wNCC72-41" edge="1" parent="1" source="Snxa9bD47oOBx4wNCC72-44" style="edgeStyle=orthogonalEdgeStyle;rounded=0;orthogonalLoop=1;jettySize=auto;html=1;exitX=0.5;exitY=1;exitDx=0;exitDy=0;">
          <mxGeometry relative="1" as="geometry">
            <Array as="points">
              <mxPoint x="535" y="560" />
              <mxPoint x="280" y="560" />
            </Array>
            <mxPoint x="280" y="560" as="targetPoint" />
          </mxGeometry>
        </mxCell>
        <mxCell id="Snxa9bD47oOBx4wNCC72-42" connectable="0" parent="Snxa9bD47oOBx4wNCC72-41" style="edgeLabel;html=1;align=center;verticalAlign=middle;resizable=0;points=[];" value="是" vertex="1">
          <mxGeometry relative="1" x="-0.7697" as="geometry">
            <mxPoint as="offset" />
          </mxGeometry>
        </mxCell>
        <mxCell id="Snxa9bD47oOBx4wNCC72-43" edge="1" parent="1" source="Snxa9bD47oOBx4wNCC72-44" style="edgeStyle=orthogonalEdgeStyle;rounded=0;orthogonalLoop=1;jettySize=auto;html=1;exitX=1;exitY=0.5;exitDx=0;exitDy=0;">
          <mxGeometry relative="1" as="geometry">
            <mxPoint x="630" y="170" as="targetPoint" />
          </mxGeometry>
        </mxCell>
        <mxCell id="Snxa9bD47oOBx4wNCC72-44" parent="1" style="rhombus;whiteSpace=wrap;html=1;" value="建链成功？" vertex="1">
          <mxGeometry height="55" width="100" x="485" y="307" as="geometry" />
        </mxCell>
        <mxCell id="Snxa9bD47oOBx4wNCC72-45" parent="1" style="rounded=1;whiteSpace=wrap;html=1;fillColor=#d5e8d4;strokeColor=#82b366;" value="USB启动" vertex="1">
          <mxGeometry height="40" width="90" x="650" y="110" as="geometry" />
        </mxCell>
        <mxCell id="Snxa9bD47oOBx4wNCC72-46" edge="1" parent="1" source="Snxa9bD47oOBx4wNCC72-47" style="edgeStyle=orthogonalEdgeStyle;rounded=0;orthogonalLoop=1;jettySize=auto;html=1;exitX=1;exitY=0.5;exitDx=0;exitDy=0;entryX=0;entryY=0.5;entryDx=0;entryDy=0;" target="Snxa9bD47oOBx4wNCC72-45">
          <mxGeometry relative="1" as="geometry">
            <Array as="points">
              <mxPoint x="630" y="795" />
              <mxPoint x="630" y="130" />
            </Array>
          </mxGeometry>
        </mxCell>
        <mxCell id="Snxa9bD47oOBx4wNCC72-47" parent="1" style="rhombus;whiteSpace=wrap;html=1;" value="两个分区都失败？" vertex="1">
          <mxGeometry height="55" width="100" x="185" y="767" as="geometry" />
        </mxCell>
        <mxCell id="kbyZZD2k67tRUDCe1sfv-2" edge="1" parent="1" source="Snxa9bD47oOBx4wNCC72-34" style="edgeStyle=orthogonalEdgeStyle;rounded=0;orthogonalLoop=1;jettySize=auto;html=1;exitX=0.5;exitY=1;exitDx=0;exitDy=0;entryX=0.5;entryY=0;entryDx=0;entryDy=0;" target="kbyZZD2k67tRUDCe1sfv-1" value="">
          <mxGeometry relative="1" as="geometry">
            <mxPoint x="385" y="362" as="sourcePoint" />
            <mxPoint x="280" y="560" as="targetPoint" />
          </mxGeometry>
        </mxCell>
        <mxCell id="kbyZZD2k67tRUDCe1sfv-3" connectable="0" parent="kbyZZD2k67tRUDCe1sfv-2" style="edgeLabel;html=1;align=center;verticalAlign=middle;resizable=0;points=[];" value="是" vertex="1">
          <mxGeometry relative="1" x="-0.5934" y="-1" as="geometry">
            <mxPoint as="offset" />
          </mxGeometry>
        </mxCell>
        <mxCell id="kbyZZD2k67tRUDCe1sfv-1" parent="1" style="rounded=1;whiteSpace=wrap;html=1;fillColor=#f8cecc;strokeColor=#b85450;" value="发命令切高速 HS-G1" vertex="1">
          <mxGeometry height="40" width="90" x="340" y="390" as="geometry" />
        </mxCell>
        <mxCell id="kbyZZD2k67tRUDCe1sfv-6" edge="1" parent="1" source="kbyZZD2k67tRUDCe1sfv-4" style="edgeStyle=orthogonalEdgeStyle;rounded=0;orthogonalLoop=1;jettySize=auto;html=1;exitX=0.5;exitY=1;exitDx=0;exitDy=0;">
          <mxGeometry relative="1" as="geometry">
            <Array as="points">
              <mxPoint x="385" y="560" />
              <mxPoint x="280" y="560" />
            </Array>
            <mxPoint x="280" y="560" as="targetPoint" />
          </mxGeometry>
        </mxCell>
        <mxCell id="kbyZZD2k67tRUDCe1sfv-8" edge="1" parent="1" source="kbyZZD2k67tRUDCe1sfv-4" style="edgeStyle=orthogonalEdgeStyle;rounded=0;orthogonalLoop=1;jettySize=auto;html=1;exitX=1;exitY=0.5;exitDx=0;exitDy=0;entryX=0;entryY=0.5;entryDx=0;entryDy=0;" target="Snxa9bD47oOBx4wNCC72-36">
          <mxGeometry relative="1" as="geometry" />
        </mxCell>
        <mxCell id="kbyZZD2k67tRUDCe1sfv-4" parent="1" style="rhombus;whiteSpace=wrap;html=1;" value="切速率成功？" vertex="1">
          <mxGeometry height="55" width="100" x="335" y="460" as="geometry" />
        </mxCell>
        <mxCell id="Qj_6jyX3p3bSbpmFPhCt-2" parent="1" style="ellipse;whiteSpace=wrap;html=1;fillColor=#d5e8d4;gradientColor=#97d077;strokeColor=#82b366;" value="启动成功" vertex="1">
          <mxGeometry height="40" width="90" x="335" y="617.5" as="geometry" />
        </mxCell>
      </root>
    </mxGraphModel>
  </diagram>
  <diagram id="lCvtZ__jX87erlVo9mpF" name="第 2 页">
    <mxGraphModel dx="1082" dy="561" grid="1" gridSize="10" guides="1" tooltips="1" connect="1" arrows="1" fold="1" page="1" pageScale="1" pageWidth="827" pageHeight="1169" math="0" shadow="0">
      <root>
        <mxCell id="0" />
        <mxCell id="1" parent="0" />
        <mxCell id="WnOlcH9fiUK7AfTd9S8V-1" parent="1" style="text;html=1;whiteSpace=wrap;strokeColor=none;fillColor=none;align=left;verticalAlign=middle;rounded=0;fontSize=14;" value="&lt;div&gt;&lt;div&gt;- 启动模式 101： [ufs低速启动] &lt;span style=&quot;background-color: transparent; color: light-dark(rgb(0, 0, 0), rgb(255, 255, 255));&quot;&gt;→ &lt;/span&gt;&lt;span style=&quot;background-color: transparent; color: light-dark(rgb(0, 0, 0), rgb(255, 255, 255));&quot;&gt;[usb]&lt;/span&gt;&lt;/div&gt;&lt;div&gt;- 启动模式 110： &lt;span style=&quot;background-color: transparent; color: light-dark(rgb(0, 0, 0), rgb(255, 255, 255));&quot;&gt;[ufs高速启动]&lt;/span&gt;&lt;span style=&quot;background-color: transparent; color: light-dark(rgb(0, 0, 0), rgb(255, 255, 255));&quot;&gt; &lt;/span&gt;&lt;span style=&quot;background-color: transparent; color: light-dark(rgb(0, 0, 0), rgb(255, 255, 255));&quot;&gt;→ &lt;/span&gt;&lt;span style=&quot;background-color: transparent; color: light-dark(rgb(0, 0, 0), rgb(255, 255, 255));&quot;&gt;[usb]&lt;/span&gt;&lt;/div&gt;&lt;/div&gt;异常情况汇总：" vertex="1">
          <mxGeometry height="50" width="360" x="40" y="250" as="geometry" />
        </mxCell>
        <mxCell id="WnOlcH9fiUK7AfTd9S8V-2" parent="1" style="shape=table;startSize=0;container=1;collapsible=0;childLayout=tableLayout;fontSize=14;align=left;" value="" vertex="1">
          <mxGeometry height="240" width="730" x="40" y="320" as="geometry" />
        </mxCell>
        <mxCell id="-yYV-AWoShLVFezPO-Gk-6" parent="WnOlcH9fiUK7AfTd9S8V-2" style="shape=tableRow;horizontal=0;startSize=0;swimlaneHead=0;swimlaneBody=0;strokeColor=inherit;top=0;left=0;bottom=0;right=0;collapsible=0;dropTarget=0;fillColor=none;points=[[0,0.5],[1,0.5]];portConstraint=eastwest;fontSize=14;align=left;" value="" vertex="1">
          <mxGeometry height="40" width="730" as="geometry" />
        </mxCell>
        <mxCell id="-yYV-AWoShLVFezPO-Gk-7" parent="-yYV-AWoShLVFezPO-Gk-6" style="shape=partialRectangle;html=1;whiteSpace=wrap;connectable=0;strokeColor=inherit;overflow=hidden;fillColor=none;top=0;left=0;bottom=0;right=0;pointerEvents=1;fontSize=14;align=left;" value="case" vertex="1">
          <mxGeometry height="40" width="32" as="geometry">
            <mxRectangle height="40" width="32" as="alternateBounds" />
          </mxGeometry>
        </mxCell>
        <mxCell id="-yYV-AWoShLVFezPO-Gk-8" parent="-yYV-AWoShLVFezPO-Gk-6" style="shape=partialRectangle;html=1;whiteSpace=wrap;connectable=0;strokeColor=inherit;overflow=hidden;fillColor=none;top=0;left=0;bottom=0;right=0;pointerEvents=1;fontSize=14;align=left;" value="启动情况" vertex="1">
          <mxGeometry height="40" width="288" x="32" as="geometry">
            <mxRectangle height="40" width="288" as="alternateBounds" />
          </mxGeometry>
        </mxCell>
        <mxCell id="-yYV-AWoShLVFezPO-Gk-9" parent="-yYV-AWoShLVFezPO-Gk-6" style="shape=partialRectangle;html=1;whiteSpace=wrap;connectable=0;strokeColor=inherit;overflow=hidden;fillColor=none;top=0;left=0;bottom=0;right=0;pointerEvents=1;fontSize=14;align=left;" value="建链结果" vertex="1">
          <mxGeometry height="40" width="410" x="320" as="geometry">
            <mxRectangle height="40" width="410" as="alternateBounds" />
          </mxGeometry>
        </mxCell>
        <mxCell id="-yYV-AWoShLVFezPO-Gk-2" parent="WnOlcH9fiUK7AfTd9S8V-2" style="shape=tableRow;horizontal=0;startSize=0;swimlaneHead=0;swimlaneBody=0;strokeColor=inherit;top=0;left=0;bottom=0;right=0;collapsible=0;dropTarget=0;fillColor=none;points=[[0,0.5],[1,0.5]];portConstraint=eastwest;fontSize=14;align=left;" value="" vertex="1">
          <mxGeometry height="40" width="730" y="40" as="geometry" />
        </mxCell>
        <mxCell id="-yYV-AWoShLVFezPO-Gk-3" parent="-yYV-AWoShLVFezPO-Gk-2" style="shape=partialRectangle;html=1;whiteSpace=wrap;connectable=0;strokeColor=inherit;overflow=hidden;fillColor=none;top=0;left=0;bottom=0;right=0;pointerEvents=1;fontSize=14;align=left;" value="1" vertex="1">
          <mxGeometry height="40" width="32" as="geometry">
            <mxRectangle height="40" width="32" as="alternateBounds" />
          </mxGeometry>
        </mxCell>
        <mxCell id="-yYV-AWoShLVFezPO-Gk-4" parent="-yYV-AWoShLVFezPO-Gk-2" style="shape=partialRectangle;html=1;whiteSpace=wrap;connectable=0;strokeColor=inherit;overflow=hidden;fillColor=none;top=0;left=0;bottom=0;right=0;pointerEvents=1;fontSize=14;align=left;" value="bootrom 配置低速启动，但是颗粒硬件设置高速启动，高速成功" vertex="1">
          <mxGeometry height="40" width="288" x="32" as="geometry">
            <mxRectangle height="40" width="288" as="alternateBounds" />
          </mxGeometry>
        </mxCell>
        <mxCell id="-yYV-AWoShLVFezPO-Gk-5" parent="-yYV-AWoShLVFezPO-Gk-2" style="shape=partialRectangle;html=1;whiteSpace=wrap;connectable=0;strokeColor=inherit;overflow=hidden;fillColor=none;top=0;left=0;bottom=0;right=0;pointerEvents=1;fontSize=14;align=left;" value="bootrom先低速建链失败 --&amp;gt; &lt;font style=&quot;color: rgb(0, 0, 255);&quot;&gt;高速&lt;/font&gt;建链成功" vertex="1">
          <mxGeometry height="40" width="410" x="320" as="geometry">
            <mxRectangle height="40" width="410" as="alternateBounds" />
          </mxGeometry>
        </mxCell>
        <mxCell id="-yYV-AWoShLVFezPO-Gk-10" parent="WnOlcH9fiUK7AfTd9S8V-2" style="shape=tableRow;horizontal=0;startSize=0;swimlaneHead=0;swimlaneBody=0;strokeColor=inherit;top=0;left=0;bottom=0;right=0;collapsible=0;dropTarget=0;fillColor=none;points=[[0,0.5],[1,0.5]];portConstraint=eastwest;fontSize=14;align=left;" value="" vertex="1">
          <mxGeometry height="40" width="730" y="80" as="geometry" />
        </mxCell>
        <mxCell id="-yYV-AWoShLVFezPO-Gk-11" parent="-yYV-AWoShLVFezPO-Gk-10" style="shape=partialRectangle;html=1;whiteSpace=wrap;connectable=0;strokeColor=inherit;overflow=hidden;fillColor=none;top=0;left=0;bottom=0;right=0;pointerEvents=1;fontSize=14;align=left;" value="2" vertex="1">
          <mxGeometry height="40" width="32" as="geometry">
            <mxRectangle height="40" width="32" as="alternateBounds" />
          </mxGeometry>
        </mxCell>
        <mxCell id="-yYV-AWoShLVFezPO-Gk-12" parent="-yYV-AWoShLVFezPO-Gk-10" style="shape=partialRectangle;html=1;whiteSpace=wrap;connectable=0;strokeColor=inherit;overflow=hidden;fillColor=none;top=0;left=0;bottom=0;right=0;pointerEvents=1;fontSize=14;align=left;" value="bootrom 配置高速启动，但是颗粒硬件设置底速启动，低速切高速成功" vertex="1">
          <mxGeometry height="40" width="288" x="32" as="geometry">
            <mxRectangle height="40" width="288" as="alternateBounds" />
          </mxGeometry>
        </mxCell>
        <mxCell id="-yYV-AWoShLVFezPO-Gk-13" parent="-yYV-AWoShLVFezPO-Gk-10" style="shape=partialRectangle;html=1;whiteSpace=wrap;connectable=0;strokeColor=inherit;overflow=hidden;fillColor=none;top=0;left=0;bottom=0;right=0;pointerEvents=1;fontSize=14;align=left;" value="bootrom先高速建链失败 --&amp;gt; 低速建链成功并切&lt;font style=&quot;color: rgb(0, 0, 255);&quot;&gt;高速&lt;/font&gt;" vertex="1">
          <mxGeometry height="40" width="410" x="320" as="geometry">
            <mxRectangle height="40" width="410" as="alternateBounds" />
          </mxGeometry>
        </mxCell>
        <mxCell id="WnOlcH9fiUK7AfTd9S8V-3" parent="WnOlcH9fiUK7AfTd9S8V-2" style="shape=tableRow;horizontal=0;startSize=0;swimlaneHead=0;swimlaneBody=0;strokeColor=inherit;top=0;left=0;bottom=0;right=0;collapsible=0;dropTarget=0;fillColor=none;points=[[0,0.5],[1,0.5]];portConstraint=eastwest;fontSize=14;align=left;" value="" vertex="1">
          <mxGeometry height="40" width="730" y="120" as="geometry" />
        </mxCell>
        <mxCell id="WnOlcH9fiUK7AfTd9S8V-4" parent="WnOlcH9fiUK7AfTd9S8V-3" style="shape=partialRectangle;html=1;whiteSpace=wrap;connectable=0;strokeColor=inherit;overflow=hidden;fillColor=none;top=0;left=0;bottom=0;right=0;pointerEvents=1;fontSize=14;align=left;" value="3" vertex="1">
          <mxGeometry height="40" width="32" as="geometry">
            <mxRectangle height="40" width="32" as="alternateBounds" />
          </mxGeometry>
        </mxCell>
        <mxCell id="WnOlcH9fiUK7AfTd9S8V-5" parent="WnOlcH9fiUK7AfTd9S8V-3" style="shape=partialRectangle;html=1;whiteSpace=wrap;connectable=0;strokeColor=inherit;overflow=hidden;fillColor=none;top=0;left=0;bottom=0;right=0;pointerEvents=1;fontSize=14;align=left;" value="bootrom 配置低速启动，颗粒也是低速，切速率成功" vertex="1">
          <mxGeometry height="40" width="288" x="32" as="geometry">
            <mxRectangle height="40" width="288" as="alternateBounds" />
          </mxGeometry>
        </mxCell>
        <mxCell id="WnOlcH9fiUK7AfTd9S8V-6" parent="WnOlcH9fiUK7AfTd9S8V-3" style="shape=partialRectangle;html=1;whiteSpace=wrap;connectable=0;strokeColor=inherit;overflow=hidden;fillColor=none;top=0;left=0;bottom=0;right=0;pointerEvents=1;fontSize=14;align=left;" value="bootrom低速建链切&lt;font style=&quot;color: rgb(0, 0, 255);&quot;&gt;高速&lt;/font&gt;" vertex="1">
          <mxGeometry height="40" width="410" x="320" as="geometry">
            <mxRectangle height="40" width="410" as="alternateBounds" />
          </mxGeometry>
        </mxCell>
        <mxCell id="WnOlcH9fiUK7AfTd9S8V-7" parent="WnOlcH9fiUK7AfTd9S8V-2" style="shape=tableRow;horizontal=0;startSize=0;swimlaneHead=0;swimlaneBody=0;strokeColor=inherit;top=0;left=0;bottom=0;right=0;collapsible=0;dropTarget=0;fillColor=none;points=[[0,0.5],[1,0.5]];portConstraint=eastwest;fontSize=14;align=left;" value="" vertex="1">
          <mxGeometry height="40" width="730" y="160" as="geometry" />
        </mxCell>
        <mxCell id="WnOlcH9fiUK7AfTd9S8V-8" parent="WnOlcH9fiUK7AfTd9S8V-7" style="shape=partialRectangle;html=1;whiteSpace=wrap;connectable=0;strokeColor=inherit;overflow=hidden;fillColor=none;top=0;left=0;bottom=0;right=0;pointerEvents=1;fontSize=14;align=left;" value="4" vertex="1">
          <mxGeometry height="40" width="32" as="geometry">
            <mxRectangle height="40" width="32" as="alternateBounds" />
          </mxGeometry>
        </mxCell>
        <mxCell id="WnOlcH9fiUK7AfTd9S8V-9" parent="WnOlcH9fiUK7AfTd9S8V-7" style="shape=partialRectangle;html=1;whiteSpace=wrap;connectable=0;strokeColor=inherit;overflow=hidden;fillColor=none;top=0;left=0;bottom=0;right=0;pointerEvents=1;fontSize=14;align=left;" value="bootrom 配置高速启动，颗粒也是高速，高速成功" vertex="1">
          <mxGeometry height="40" width="288" x="32" as="geometry">
            <mxRectangle height="40" width="288" as="alternateBounds" />
          </mxGeometry>
        </mxCell>
        <mxCell id="WnOlcH9fiUK7AfTd9S8V-10" parent="WnOlcH9fiUK7AfTd9S8V-7" style="shape=partialRectangle;html=1;whiteSpace=wrap;connectable=0;strokeColor=inherit;overflow=hidden;fillColor=none;top=0;left=0;bottom=0;right=0;pointerEvents=1;fontSize=14;align=left;" value="bootrom&lt;font style=&quot;color: rgb(0, 0, 255);&quot;&gt;高速&lt;/font&gt;建链" vertex="1">
          <mxGeometry height="40" width="410" x="320" as="geometry">
            <mxRectangle height="40" width="410" as="alternateBounds" />
          </mxGeometry>
        </mxCell>
        <mxCell id="WnOlcH9fiUK7AfTd9S8V-11" parent="WnOlcH9fiUK7AfTd9S8V-2" style="shape=tableRow;horizontal=0;startSize=0;swimlaneHead=0;swimlaneBody=0;strokeColor=inherit;top=0;left=0;bottom=0;right=0;collapsible=0;dropTarget=0;fillColor=none;points=[[0,0.5],[1,0.5]];portConstraint=eastwest;fontSize=14;align=left;" value="" vertex="1">
          <mxGeometry height="40" width="730" y="200" as="geometry" />
        </mxCell>
        <mxCell id="WnOlcH9fiUK7AfTd9S8V-12" parent="WnOlcH9fiUK7AfTd9S8V-11" style="shape=partialRectangle;html=1;whiteSpace=wrap;connectable=0;strokeColor=inherit;overflow=hidden;fillColor=none;top=0;left=0;bottom=0;right=0;pointerEvents=1;fontSize=14;align=left;" value="5" vertex="1">
          <mxGeometry height="40" width="32" as="geometry">
            <mxRectangle height="40" width="32" as="alternateBounds" />
          </mxGeometry>
        </mxCell>
        <mxCell id="WnOlcH9fiUK7AfTd9S8V-13" parent="WnOlcH9fiUK7AfTd9S8V-11" style="shape=partialRectangle;html=1;whiteSpace=wrap;connectable=0;strokeColor=inherit;overflow=hidden;fillColor=none;top=0;left=0;bottom=0;right=0;pointerEvents=1;fontSize=14;align=left;" value="bootrom 配置低速启动，颗粒也是低速，切速率失败，不切速率成功" vertex="1">
          <mxGeometry height="40" width="288" x="32" as="geometry">
            <mxRectangle height="40" width="288" as="alternateBounds" />
          </mxGeometry>
        </mxCell>
        <mxCell id="WnOlcH9fiUK7AfTd9S8V-14" parent="WnOlcH9fiUK7AfTd9S8V-11" style="shape=partialRectangle;html=1;whiteSpace=wrap;connectable=0;strokeColor=inherit;overflow=hidden;fillColor=none;top=0;left=0;bottom=0;right=0;pointerEvents=1;fontSize=14;align=left;" value="bootrom低速建链切高速失败 --&amp;gt; bootrom 高速建链失败 ---&amp;gt; bootrom &lt;font style=&quot;color: rgb(255, 51, 255);&quot;&gt;低速&lt;/font&gt;建链成功(不切高速)" vertex="1">
          <mxGeometry height="40" width="410" x="320" as="geometry">
            <mxRectangle height="40" width="410" as="alternateBounds" />
          </mxGeometry>
        </mxCell>
        <mxCell id="PYW4Q93ZiJ2KnNfdN5cH-39" parent="1" style="shape=tableRow;horizontal=0;startSize=0;swimlaneHead=0;swimlaneBody=0;strokeColor=inherit;top=0;left=0;bottom=0;right=0;collapsible=0;dropTarget=0;fillColor=none;points=[[0,0.5],[1,0.5]];portConstraint=eastwest;fontSize=14;align=left;" value="" vertex="1">
          <mxGeometry height="40" width="730" x="40" y="560" as="geometry" />
        </mxCell>
        <mxCell id="PYW4Q93ZiJ2KnNfdN5cH-63" parent="1" style="shape=table;startSize=0;container=1;collapsible=0;childLayout=tableLayout;fontSize=14;align=left;" value="" vertex="1">
          <mxGeometry height="260" width="730" x="40" y="560" as="geometry" />
        </mxCell>
        <mxCell id="PYW4Q93ZiJ2KnNfdN5cH-64" parent="PYW4Q93ZiJ2KnNfdN5cH-63" style="shape=tableRow;horizontal=0;startSize=0;swimlaneHead=0;swimlaneBody=0;strokeColor=inherit;top=0;left=0;bottom=0;right=0;collapsible=0;dropTarget=0;fillColor=none;points=[[0,0.5],[1,0.5]];portConstraint=eastwest;fontSize=14;align=left;" value="" vertex="1">
          <mxGeometry height="40" width="730" as="geometry" />
        </mxCell>
        <mxCell id="PYW4Q93ZiJ2KnNfdN5cH-65" parent="PYW4Q93ZiJ2KnNfdN5cH-64" style="shape=partialRectangle;html=1;whiteSpace=wrap;connectable=0;strokeColor=inherit;overflow=hidden;fillColor=none;top=0;left=0;bottom=0;right=0;pointerEvents=1;fontSize=14;align=left;" value="6" vertex="1">
          <mxGeometry height="40" width="32" as="geometry">
            <mxRectangle height="40" width="32" as="alternateBounds" />
          </mxGeometry>
        </mxCell>
        <mxCell id="PYW4Q93ZiJ2KnNfdN5cH-66" parent="PYW4Q93ZiJ2KnNfdN5cH-64" style="shape=partialRectangle;html=1;whiteSpace=wrap;connectable=0;strokeColor=inherit;overflow=hidden;fillColor=none;top=0;left=0;bottom=0;right=0;pointerEvents=1;fontSize=14;align=left;" value="bootrom 配置高速启动，颗粒是低速，低速切高速失败" vertex="1">
          <mxGeometry height="40" width="288" x="32" as="geometry">
            <mxRectangle height="40" width="288" as="alternateBounds" />
          </mxGeometry>
        </mxCell>
        <mxCell id="PYW4Q93ZiJ2KnNfdN5cH-67" parent="PYW4Q93ZiJ2KnNfdN5cH-64" style="shape=partialRectangle;html=1;whiteSpace=wrap;connectable=0;strokeColor=inherit;overflow=hidden;fillColor=none;top=0;left=0;bottom=0;right=0;pointerEvents=1;fontSize=14;align=left;" value="bootrom高速建链失败 --&amp;gt; bootrom 低速建链切高速失败 ---&amp;gt; bootrom &lt;font style=&quot;color: rgb(255, 51, 255);&quot;&gt;低速&lt;/font&gt;建链成功(不切高速)" vertex="1">
          <mxGeometry height="40" width="410" x="320" as="geometry">
            <mxRectangle height="40" width="410" as="alternateBounds" />
          </mxGeometry>
        </mxCell>
        <mxCell id="PYW4Q93ZiJ2KnNfdN5cH-68" parent="PYW4Q93ZiJ2KnNfdN5cH-63" style="shape=tableRow;horizontal=0;startSize=0;swimlaneHead=0;swimlaneBody=0;strokeColor=inherit;top=0;left=0;bottom=0;right=0;collapsible=0;dropTarget=0;fillColor=none;points=[[0,0.5],[1,0.5]];portConstraint=eastwest;fontSize=14;align=left;" value="" vertex="1">
          <mxGeometry height="60" width="730" y="40" as="geometry" />
        </mxCell>
        <mxCell id="PYW4Q93ZiJ2KnNfdN5cH-69" parent="PYW4Q93ZiJ2KnNfdN5cH-68" style="shape=partialRectangle;html=1;whiteSpace=wrap;connectable=0;strokeColor=inherit;overflow=hidden;fillColor=none;top=0;left=0;bottom=0;right=0;pointerEvents=1;fontSize=14;align=left;" value="7" vertex="1">
          <mxGeometry height="60" width="32" as="geometry">
            <mxRectangle height="60" width="32" as="alternateBounds" />
          </mxGeometry>
        </mxCell>
        <mxCell id="PYW4Q93ZiJ2KnNfdN5cH-70" parent="PYW4Q93ZiJ2KnNfdN5cH-68" style="shape=partialRectangle;html=1;whiteSpace=wrap;connectable=0;strokeColor=inherit;overflow=hidden;fillColor=none;top=0;left=0;bottom=0;right=0;pointerEvents=1;fontSize=14;align=left;" value="bootrom配置高速启动，颗粒也是高速，但是高速建链失败" vertex="1">
          <mxGeometry height="60" width="288" x="32" as="geometry">
            <mxRectangle height="60" width="288" as="alternateBounds" />
          </mxGeometry>
        </mxCell>
        <mxCell id="PYW4Q93ZiJ2KnNfdN5cH-71" parent="PYW4Q93ZiJ2KnNfdN5cH-68" style="shape=partialRectangle;html=1;whiteSpace=wrap;connectable=0;strokeColor=inherit;overflow=hidden;fillColor=none;top=0;left=0;bottom=0;right=0;pointerEvents=1;fontSize=14;align=left;" value="bootrom高速建链失败 --&amp;gt; bootrom 低速建链切高速失败 ---&amp;gt; bootrom 低速建链失败 &lt;font style=&quot;color: rgb(255, 51, 51);&quot;&gt;（需要改颗粒硬件PIN配置低速 或者使能LSS efuse 控制）&lt;/font&gt;" vertex="1">
          <mxGeometry height="60" width="410" x="320" as="geometry">
            <mxRectangle height="60" width="410" as="alternateBounds" />
          </mxGeometry>
        </mxCell>
        <mxCell id="PYW4Q93ZiJ2KnNfdN5cH-72" parent="PYW4Q93ZiJ2KnNfdN5cH-63" style="shape=tableRow;horizontal=0;startSize=0;swimlaneHead=0;swimlaneBody=0;strokeColor=inherit;top=0;left=0;bottom=0;right=0;collapsible=0;dropTarget=0;fillColor=none;points=[[0,0.5],[1,0.5]];portConstraint=eastwest;fontSize=14;align=left;" value="" vertex="1">
          <mxGeometry height="40" width="730" y="100" as="geometry" />
        </mxCell>
        <mxCell id="PYW4Q93ZiJ2KnNfdN5cH-73" parent="PYW4Q93ZiJ2KnNfdN5cH-72" style="shape=partialRectangle;html=1;whiteSpace=wrap;connectable=0;strokeColor=inherit;overflow=hidden;fillColor=none;top=0;left=0;bottom=0;right=0;pointerEvents=1;fontSize=14;align=left;" value="8" vertex="1">
          <mxGeometry height="40" width="32" as="geometry">
            <mxRectangle height="40" width="32" as="alternateBounds" />
          </mxGeometry>
        </mxCell>
        <mxCell id="PYW4Q93ZiJ2KnNfdN5cH-74" parent="PYW4Q93ZiJ2KnNfdN5cH-72" style="shape=partialRectangle;html=1;whiteSpace=wrap;connectable=0;strokeColor=inherit;overflow=hidden;fillColor=none;top=0;left=0;bottom=0;right=0;pointerEvents=1;fontSize=14;align=left;" value="bootrom 配置低速启动，颗粒也是低速，低速建链失败" vertex="1">
          <mxGeometry height="40" width="288" x="32" as="geometry">
            <mxRectangle height="40" width="288" as="alternateBounds" />
          </mxGeometry>
        </mxCell>
        <mxCell id="PYW4Q93ZiJ2KnNfdN5cH-75" parent="PYW4Q93ZiJ2KnNfdN5cH-72" style="shape=partialRectangle;html=1;whiteSpace=wrap;connectable=0;strokeColor=inherit;overflow=hidden;fillColor=none;top=0;left=0;bottom=0;right=0;pointerEvents=1;fontSize=14;align=left;" value="bootrom低速建链切高速失败 --&amp;gt; bootrom 高速建链失败 ---&amp;gt; bootrom 低速建链失败 --&amp;gt; &lt;font style=&quot;color: rgb(255, 51, 51);&quot;&gt;USB 启动 （需要查硬件问题）&lt;/font&gt;" vertex="1">
          <mxGeometry height="40" width="410" x="320" as="geometry">
            <mxRectangle height="40" width="410" as="alternateBounds" />
          </mxGeometry>
        </mxCell>
        <mxCell id="PYW4Q93ZiJ2KnNfdN5cH-76" parent="PYW4Q93ZiJ2KnNfdN5cH-63" style="shape=tableRow;horizontal=0;startSize=0;swimlaneHead=0;swimlaneBody=0;strokeColor=inherit;top=0;left=0;bottom=0;right=0;collapsible=0;dropTarget=0;fillColor=none;points=[[0,0.5],[1,0.5]];portConstraint=eastwest;fontSize=14;align=left;" value="" vertex="1">
          <mxGeometry height="40" width="730" y="140" as="geometry" />
        </mxCell>
        <mxCell id="PYW4Q93ZiJ2KnNfdN5cH-77" parent="PYW4Q93ZiJ2KnNfdN5cH-76" style="shape=partialRectangle;html=1;whiteSpace=wrap;connectable=0;strokeColor=inherit;overflow=hidden;fillColor=none;top=0;left=0;bottom=0;right=0;pointerEvents=1;fontSize=14;align=left;" value="" vertex="1">
          <mxGeometry height="40" width="32" as="geometry">
            <mxRectangle height="40" width="32" as="alternateBounds" />
          </mxGeometry>
        </mxCell>
        <mxCell id="PYW4Q93ZiJ2KnNfdN5cH-78" parent="PYW4Q93ZiJ2KnNfdN5cH-76" style="shape=partialRectangle;html=1;whiteSpace=wrap;connectable=0;strokeColor=inherit;overflow=hidden;fillColor=none;top=0;left=0;bottom=0;right=0;pointerEvents=1;fontSize=14;align=left;" value="" vertex="1">
          <mxGeometry height="40" width="288" x="32" as="geometry">
            <mxRectangle height="40" width="288" as="alternateBounds" />
          </mxGeometry>
        </mxCell>
        <mxCell id="PYW4Q93ZiJ2KnNfdN5cH-79" parent="PYW4Q93ZiJ2KnNfdN5cH-76" style="shape=partialRectangle;html=1;whiteSpace=wrap;connectable=0;strokeColor=inherit;overflow=hidden;fillColor=none;top=0;left=0;bottom=0;right=0;pointerEvents=1;fontSize=14;align=left;" value="" vertex="1">
          <mxGeometry height="40" width="410" x="320" as="geometry">
            <mxRectangle height="40" width="410" as="alternateBounds" />
          </mxGeometry>
        </mxCell>
        <mxCell id="PYW4Q93ZiJ2KnNfdN5cH-80" parent="PYW4Q93ZiJ2KnNfdN5cH-63" style="shape=tableRow;horizontal=0;startSize=0;swimlaneHead=0;swimlaneBody=0;strokeColor=inherit;top=0;left=0;bottom=0;right=0;collapsible=0;dropTarget=0;fillColor=none;points=[[0,0.5],[1,0.5]];portConstraint=eastwest;fontSize=14;align=left;" value="" vertex="1">
          <mxGeometry height="40" width="730" y="180" as="geometry" />
        </mxCell>
        <mxCell id="PYW4Q93ZiJ2KnNfdN5cH-81" parent="PYW4Q93ZiJ2KnNfdN5cH-80" style="shape=partialRectangle;html=1;whiteSpace=wrap;connectable=0;strokeColor=inherit;overflow=hidden;fillColor=none;top=0;left=0;bottom=0;right=0;pointerEvents=1;fontSize=14;align=left;" value="" vertex="1">
          <mxGeometry height="40" width="32" as="geometry">
            <mxRectangle height="40" width="32" as="alternateBounds" />
          </mxGeometry>
        </mxCell>
        <mxCell id="PYW4Q93ZiJ2KnNfdN5cH-82" parent="PYW4Q93ZiJ2KnNfdN5cH-80" style="shape=partialRectangle;html=1;whiteSpace=wrap;connectable=0;strokeColor=inherit;overflow=hidden;fillColor=none;top=0;left=0;bottom=0;right=0;pointerEvents=1;fontSize=14;align=left;" value="" vertex="1">
          <mxGeometry height="40" width="288" x="32" as="geometry">
            <mxRectangle height="40" width="288" as="alternateBounds" />
          </mxGeometry>
        </mxCell>
        <mxCell id="PYW4Q93ZiJ2KnNfdN5cH-83" parent="PYW4Q93ZiJ2KnNfdN5cH-80" style="shape=partialRectangle;html=1;whiteSpace=wrap;connectable=0;strokeColor=inherit;overflow=hidden;fillColor=none;top=0;left=0;bottom=0;right=0;pointerEvents=1;fontSize=14;align=left;" value="" vertex="1">
          <mxGeometry height="40" width="410" x="320" as="geometry">
            <mxRectangle height="40" width="410" as="alternateBounds" />
          </mxGeometry>
        </mxCell>
        <mxCell id="PYW4Q93ZiJ2KnNfdN5cH-84" parent="PYW4Q93ZiJ2KnNfdN5cH-63" style="shape=tableRow;horizontal=0;startSize=0;swimlaneHead=0;swimlaneBody=0;strokeColor=inherit;top=0;left=0;bottom=0;right=0;collapsible=0;dropTarget=0;fillColor=none;points=[[0,0.5],[1,0.5]];portConstraint=eastwest;fontSize=14;align=left;" value="" vertex="1">
          <mxGeometry height="40" width="730" y="220" as="geometry" />
        </mxCell>
        <mxCell id="PYW4Q93ZiJ2KnNfdN5cH-85" parent="PYW4Q93ZiJ2KnNfdN5cH-84" style="shape=partialRectangle;html=1;whiteSpace=wrap;connectable=0;strokeColor=inherit;overflow=hidden;fillColor=none;top=0;left=0;bottom=0;right=0;pointerEvents=1;fontSize=14;align=left;" value="" vertex="1">
          <mxGeometry height="40" width="32" as="geometry">
            <mxRectangle height="40" width="32" as="alternateBounds" />
          </mxGeometry>
        </mxCell>
        <mxCell id="PYW4Q93ZiJ2KnNfdN5cH-86" parent="PYW4Q93ZiJ2KnNfdN5cH-84" style="shape=partialRectangle;html=1;whiteSpace=wrap;connectable=0;strokeColor=inherit;overflow=hidden;fillColor=none;top=0;left=0;bottom=0;right=0;pointerEvents=1;fontSize=14;align=left;" value="" vertex="1">
          <mxGeometry height="40" width="288" x="32" as="geometry">
            <mxRectangle height="40" width="288" as="alternateBounds" />
          </mxGeometry>
        </mxCell>
        <mxCell id="PYW4Q93ZiJ2KnNfdN5cH-87" parent="PYW4Q93ZiJ2KnNfdN5cH-84" style="shape=partialRectangle;html=1;whiteSpace=wrap;connectable=0;strokeColor=inherit;overflow=hidden;fillColor=none;top=0;left=0;bottom=0;right=0;pointerEvents=1;fontSize=14;align=left;" value="" vertex="1">
          <mxGeometry height="40" width="410" x="320" as="geometry">
            <mxRectangle height="40" width="410" as="alternateBounds" />
          </mxGeometry>
        </mxCell>
      </root>
    </mxGraphModel>
  </diagram>
</mxfile>
